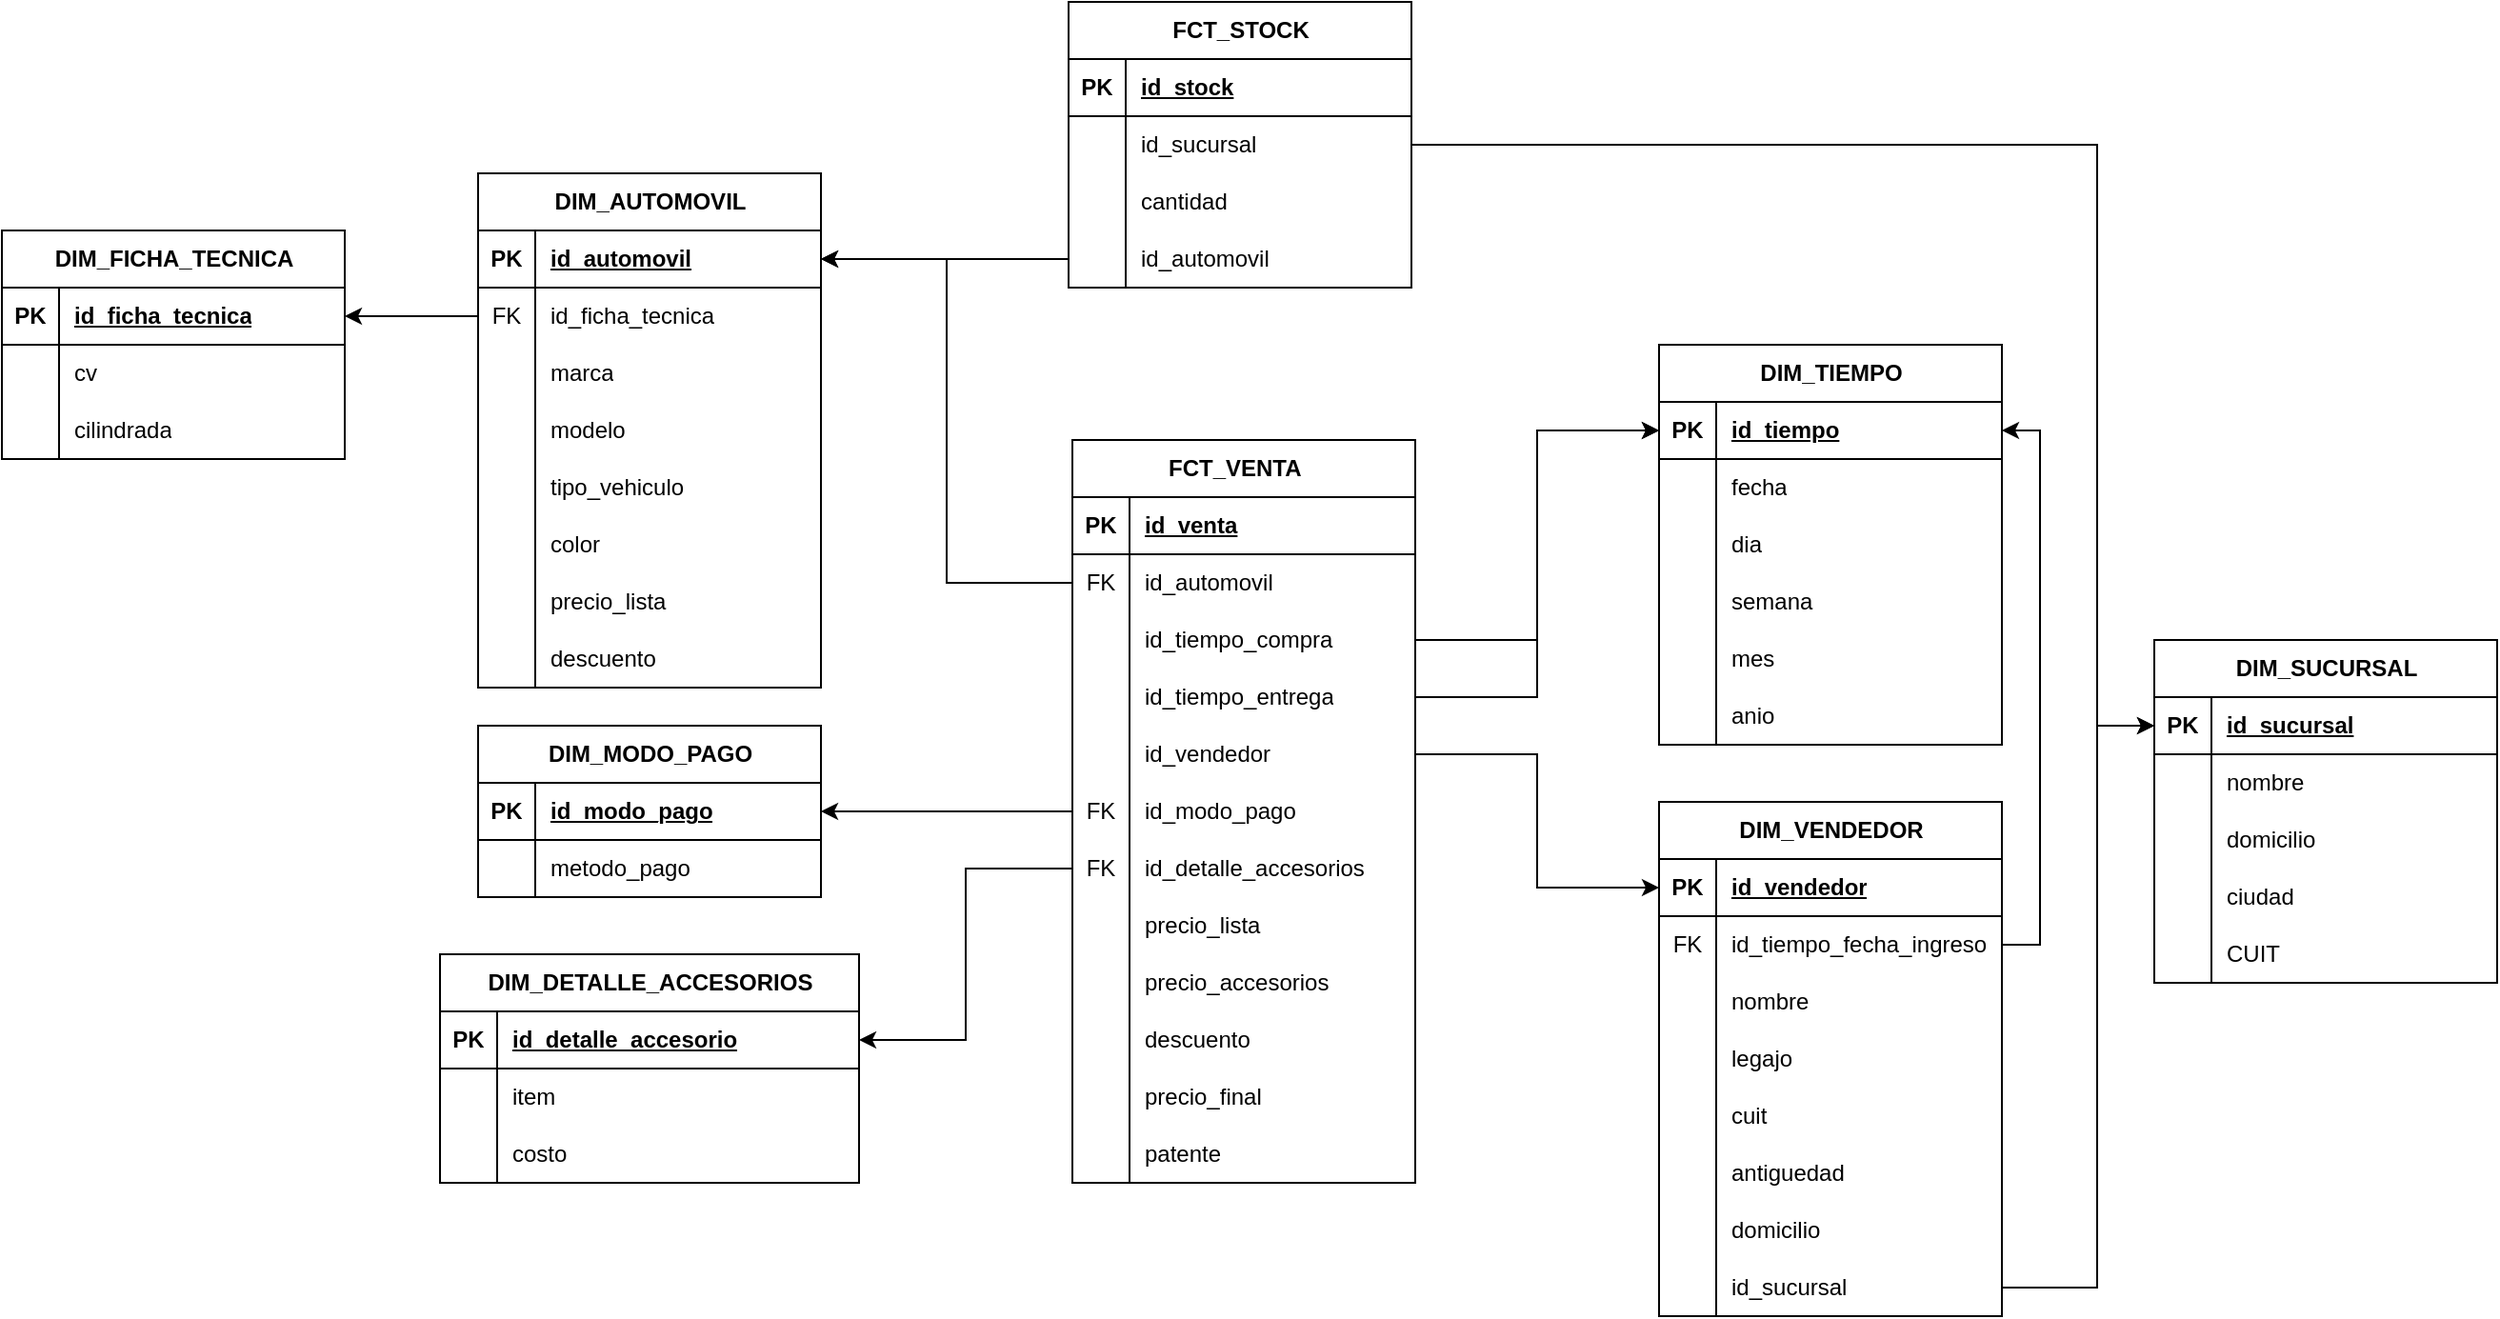
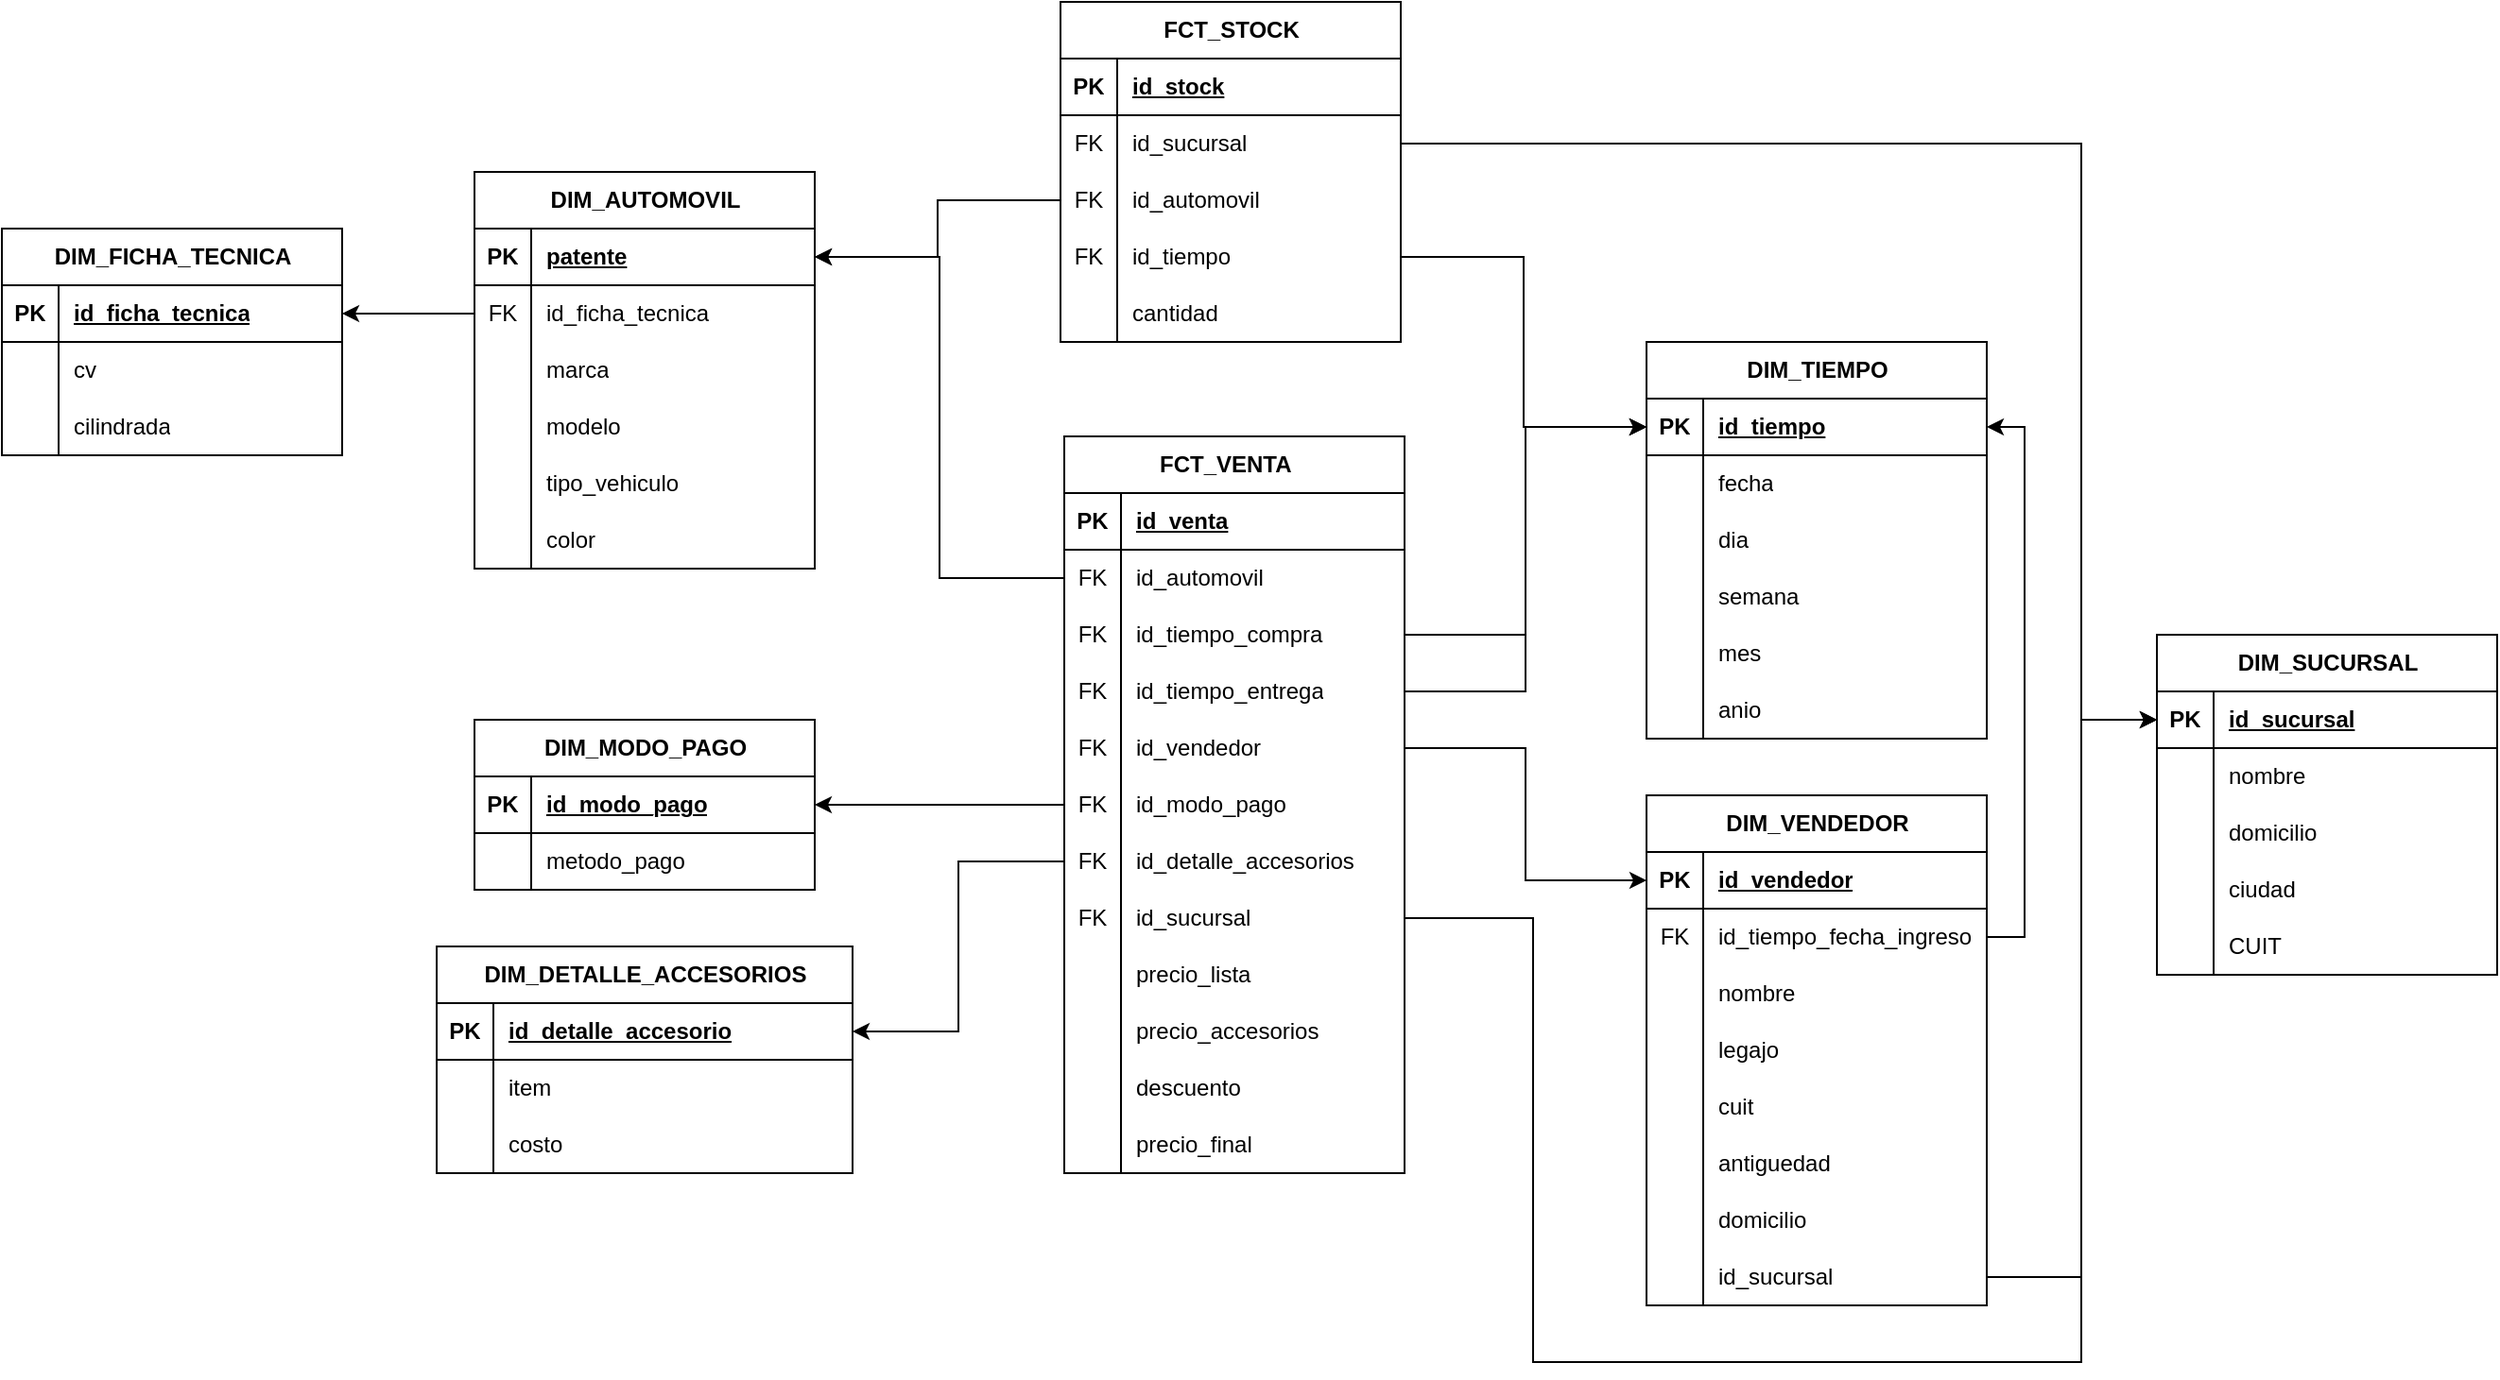
<mxfile host="app.diagrams.net">
  <diagram name="Página-1" id="msOhzYZNF5HMWlpOjL7c">
-     <mxGraphModel dx="2970" dy="2038" grid="1" gridSize="10" guides="1" tooltips="1" connect="1" arrows="1" fold="1" page="1" pageScale="1" pageWidth="827" pageHeight="1169" math="0" shadow="0">
+     <mxGraphModel dx="2592" dy="1884" grid="1" gridSize="10" guides="1" tooltips="1" connect="1" arrows="1" fold="1" page="1" pageScale="1" pageWidth="827" pageHeight="1169" math="0" shadow="0">
      <root>
        <mxCell id="0" />
        <mxCell id="1" parent="0" />
        <mxCell id="yolWoft2z_0ZBsrmm8Kk-500" parent="1" style="shape=table;startSize=30;container=1;collapsible=1;childLayout=tableLayout;fixedRows=1;rowLines=0;fontStyle=1;align=center;resizeLast=1;html=1;" value="DIM_AUTOMOVIL" vertex="1">
-           <mxGeometry height="270" width="180" x="150" y="80" as="geometry" />
+           <mxGeometry height="210" width="180" x="150" y="80" as="geometry" />
        </mxCell>
        <mxCell id="yolWoft2z_0ZBsrmm8Kk-501" parent="yolWoft2z_0ZBsrmm8Kk-500" style="shape=tableRow;horizontal=0;startSize=0;swimlaneHead=0;swimlaneBody=0;fillColor=none;collapsible=0;dropTarget=0;points=[[0,0.5],[1,0.5]];portConstraint=eastwest;top=0;left=0;right=0;bottom=1;" value="" vertex="1">
          <mxGeometry height="30" width="180" y="30" as="geometry" />
        </mxCell>
        <mxCell id="yolWoft2z_0ZBsrmm8Kk-502" parent="yolWoft2z_0ZBsrmm8Kk-501" style="shape=partialRectangle;connectable=0;fillColor=none;top=0;left=0;bottom=0;right=0;fontStyle=1;overflow=hidden;whiteSpace=wrap;html=1;" value="PK" vertex="1">
          <mxGeometry height="30" width="30" as="geometry">
            <mxRectangle height="30" width="30" as="alternateBounds" />
          </mxGeometry>
        </mxCell>
-         <mxCell id="yolWoft2z_0ZBsrmm8Kk-503" parent="yolWoft2z_0ZBsrmm8Kk-501" style="shape=partialRectangle;connectable=0;fillColor=none;top=0;left=0;bottom=0;right=0;align=left;spacingLeft=6;fontStyle=5;overflow=hidden;whiteSpace=wrap;html=1;" value="id_automovil" vertex="1">
+         <mxCell id="yolWoft2z_0ZBsrmm8Kk-503" parent="yolWoft2z_0ZBsrmm8Kk-501" style="shape=partialRectangle;connectable=0;fillColor=none;top=0;left=0;bottom=0;right=0;align=left;spacingLeft=6;fontStyle=5;overflow=hidden;whiteSpace=wrap;html=1;" value="patente" vertex="1">
          <mxGeometry height="30" width="150" x="30" as="geometry">
            <mxRectangle height="30" width="150" as="alternateBounds" />
          </mxGeometry>
        </mxCell>
        <mxCell id="yolWoft2z_0ZBsrmm8Kk-504" parent="yolWoft2z_0ZBsrmm8Kk-500" style="shape=tableRow;horizontal=0;startSize=0;swimlaneHead=0;swimlaneBody=0;fillColor=none;collapsible=0;dropTarget=0;points=[[0,0.5],[1,0.5]];portConstraint=eastwest;top=0;left=0;right=0;bottom=0;" value="" vertex="1">
          <mxGeometry height="30" width="180" y="60" as="geometry" />
        </mxCell>
        <mxCell id="yolWoft2z_0ZBsrmm8Kk-505" parent="yolWoft2z_0ZBsrmm8Kk-504" style="shape=partialRectangle;connectable=0;fillColor=none;top=0;left=0;bottom=0;right=0;editable=1;overflow=hidden;whiteSpace=wrap;html=1;" value="FK" vertex="1">
          <mxGeometry height="30" width="30" as="geometry">
            <mxRectangle height="30" width="30" as="alternateBounds" />
          </mxGeometry>
        </mxCell>
        <mxCell id="yolWoft2z_0ZBsrmm8Kk-506" parent="yolWoft2z_0ZBsrmm8Kk-504" style="shape=partialRectangle;connectable=0;fillColor=none;top=0;left=0;bottom=0;right=0;align=left;spacingLeft=6;overflow=hidden;whiteSpace=wrap;html=1;" value="id_ficha_tecnica" vertex="1">
          <mxGeometry height="30" width="150" x="30" as="geometry">
            <mxRectangle height="30" width="150" as="alternateBounds" />
          </mxGeometry>
        </mxCell>
        <mxCell id="yolWoft2z_0ZBsrmm8Kk-614" parent="yolWoft2z_0ZBsrmm8Kk-500" style="shape=tableRow;horizontal=0;startSize=0;swimlaneHead=0;swimlaneBody=0;fillColor=none;collapsible=0;dropTarget=0;points=[[0,0.5],[1,0.5]];portConstraint=eastwest;top=0;left=0;right=0;bottom=0;" value="" vertex="1">
          <mxGeometry height="30" width="180" y="90" as="geometry" />
        </mxCell>
        <mxCell id="yolWoft2z_0ZBsrmm8Kk-615" parent="yolWoft2z_0ZBsrmm8Kk-614" style="shape=partialRectangle;connectable=0;fillColor=none;top=0;left=0;bottom=0;right=0;editable=1;overflow=hidden;whiteSpace=wrap;html=1;" value="" vertex="1">
          <mxGeometry height="30" width="30" as="geometry">
            <mxRectangle height="30" width="30" as="alternateBounds" />
          </mxGeometry>
        </mxCell>
        <mxCell id="yolWoft2z_0ZBsrmm8Kk-616" parent="yolWoft2z_0ZBsrmm8Kk-614" style="shape=partialRectangle;connectable=0;fillColor=none;top=0;left=0;bottom=0;right=0;align=left;spacingLeft=6;overflow=hidden;whiteSpace=wrap;html=1;" value="marca" vertex="1">
          <mxGeometry height="30" width="150" x="30" as="geometry">
            <mxRectangle height="30" width="150" as="alternateBounds" />
          </mxGeometry>
        </mxCell>
        <mxCell id="yolWoft2z_0ZBsrmm8Kk-507" parent="yolWoft2z_0ZBsrmm8Kk-500" style="shape=tableRow;horizontal=0;startSize=0;swimlaneHead=0;swimlaneBody=0;fillColor=none;collapsible=0;dropTarget=0;points=[[0,0.5],[1,0.5]];portConstraint=eastwest;top=0;left=0;right=0;bottom=0;" value="" vertex="1">
          <mxGeometry height="30" width="180" y="120" as="geometry" />
        </mxCell>
        <mxCell id="yolWoft2z_0ZBsrmm8Kk-508" parent="yolWoft2z_0ZBsrmm8Kk-507" style="shape=partialRectangle;connectable=0;fillColor=none;top=0;left=0;bottom=0;right=0;editable=1;overflow=hidden;whiteSpace=wrap;html=1;" value="" vertex="1">
          <mxGeometry height="30" width="30" as="geometry">
            <mxRectangle height="30" width="30" as="alternateBounds" />
          </mxGeometry>
        </mxCell>
        <mxCell id="yolWoft2z_0ZBsrmm8Kk-509" parent="yolWoft2z_0ZBsrmm8Kk-507" style="shape=partialRectangle;connectable=0;fillColor=none;top=0;left=0;bottom=0;right=0;align=left;spacingLeft=6;overflow=hidden;whiteSpace=wrap;html=1;" value="modelo" vertex="1">
          <mxGeometry height="30" width="150" x="30" as="geometry">
            <mxRectangle height="30" width="150" as="alternateBounds" />
          </mxGeometry>
        </mxCell>
        <mxCell id="yolWoft2z_0ZBsrmm8Kk-510" parent="yolWoft2z_0ZBsrmm8Kk-500" style="shape=tableRow;horizontal=0;startSize=0;swimlaneHead=0;swimlaneBody=0;fillColor=none;collapsible=0;dropTarget=0;points=[[0,0.5],[1,0.5]];portConstraint=eastwest;top=0;left=0;right=0;bottom=0;" value="" vertex="1">
          <mxGeometry height="30" width="180" y="150" as="geometry" />
        </mxCell>
        <mxCell id="yolWoft2z_0ZBsrmm8Kk-511" parent="yolWoft2z_0ZBsrmm8Kk-510" style="shape=partialRectangle;connectable=0;fillColor=none;top=0;left=0;bottom=0;right=0;editable=1;overflow=hidden;whiteSpace=wrap;html=1;" value="" vertex="1">
          <mxGeometry height="30" width="30" as="geometry">
            <mxRectangle height="30" width="30" as="alternateBounds" />
          </mxGeometry>
        </mxCell>
        <mxCell id="yolWoft2z_0ZBsrmm8Kk-512" parent="yolWoft2z_0ZBsrmm8Kk-510" style="shape=partialRectangle;connectable=0;fillColor=none;top=0;left=0;bottom=0;right=0;align=left;spacingLeft=6;overflow=hidden;whiteSpace=wrap;html=1;" value="tipo_vehiculo" vertex="1">
          <mxGeometry height="30" width="150" x="30" as="geometry">
            <mxRectangle height="30" width="150" as="alternateBounds" />
          </mxGeometry>
        </mxCell>
        <mxCell id="yolWoft2z_0ZBsrmm8Kk-604" parent="yolWoft2z_0ZBsrmm8Kk-500" style="shape=tableRow;horizontal=0;startSize=0;swimlaneHead=0;swimlaneBody=0;fillColor=none;collapsible=0;dropTarget=0;points=[[0,0.5],[1,0.5]];portConstraint=eastwest;top=0;left=0;right=0;bottom=0;" value="" vertex="1">
          <mxGeometry height="30" width="180" y="180" as="geometry" />
        </mxCell>
        <mxCell id="yolWoft2z_0ZBsrmm8Kk-605" parent="yolWoft2z_0ZBsrmm8Kk-604" style="shape=partialRectangle;connectable=0;fillColor=none;top=0;left=0;bottom=0;right=0;editable=1;overflow=hidden;whiteSpace=wrap;html=1;" value="" vertex="1">
          <mxGeometry height="30" width="30" as="geometry">
            <mxRectangle height="30" width="30" as="alternateBounds" />
          </mxGeometry>
        </mxCell>
        <mxCell id="yolWoft2z_0ZBsrmm8Kk-606" parent="yolWoft2z_0ZBsrmm8Kk-604" style="shape=partialRectangle;connectable=0;fillColor=none;top=0;left=0;bottom=0;right=0;align=left;spacingLeft=6;overflow=hidden;whiteSpace=wrap;html=1;" value="color" vertex="1">
          <mxGeometry height="30" width="150" x="30" as="geometry">
            <mxRectangle height="30" width="150" as="alternateBounds" />
          </mxGeometry>
        </mxCell>
-         <mxCell id="yolWoft2z_0ZBsrmm8Kk-607" parent="yolWoft2z_0ZBsrmm8Kk-500" style="shape=tableRow;horizontal=0;startSize=0;swimlaneHead=0;swimlaneBody=0;fillColor=none;collapsible=0;dropTarget=0;points=[[0,0.5],[1,0.5]];portConstraint=eastwest;top=0;left=0;right=0;bottom=0;" value="" vertex="1">
-           <mxGeometry height="30" width="180" y="210" as="geometry" />
-         </mxCell>
-         <mxCell id="yolWoft2z_0ZBsrmm8Kk-608" parent="yolWoft2z_0ZBsrmm8Kk-607" style="shape=partialRectangle;connectable=0;fillColor=none;top=0;left=0;bottom=0;right=0;editable=1;overflow=hidden;whiteSpace=wrap;html=1;" value="" vertex="1">
-           <mxGeometry height="30" width="30" as="geometry">
-             <mxRectangle height="30" width="30" as="alternateBounds" />
-           </mxGeometry>
-         </mxCell>
-         <mxCell id="yolWoft2z_0ZBsrmm8Kk-609" parent="yolWoft2z_0ZBsrmm8Kk-607" style="shape=partialRectangle;connectable=0;fillColor=none;top=0;left=0;bottom=0;right=0;align=left;spacingLeft=6;overflow=hidden;whiteSpace=wrap;html=1;" value="precio_lista" vertex="1">
-           <mxGeometry height="30" width="150" x="30" as="geometry">
-             <mxRectangle height="30" width="150" as="alternateBounds" />
-           </mxGeometry>
-         </mxCell>
-         <mxCell id="yolWoft2z_0ZBsrmm8Kk-611" parent="yolWoft2z_0ZBsrmm8Kk-500" style="shape=tableRow;horizontal=0;startSize=0;swimlaneHead=0;swimlaneBody=0;fillColor=none;collapsible=0;dropTarget=0;points=[[0,0.5],[1,0.5]];portConstraint=eastwest;top=0;left=0;right=0;bottom=0;" value="" vertex="1">
-           <mxGeometry height="30" width="180" y="240" as="geometry" />
-         </mxCell>
-         <mxCell id="yolWoft2z_0ZBsrmm8Kk-612" parent="yolWoft2z_0ZBsrmm8Kk-611" style="shape=partialRectangle;connectable=0;fillColor=none;top=0;left=0;bottom=0;right=0;editable=1;overflow=hidden;whiteSpace=wrap;html=1;" value="" vertex="1">
-           <mxGeometry height="30" width="30" as="geometry">
-             <mxRectangle height="30" width="30" as="alternateBounds" />
-           </mxGeometry>
-         </mxCell>
-         <mxCell id="yolWoft2z_0ZBsrmm8Kk-613" parent="yolWoft2z_0ZBsrmm8Kk-611" style="shape=partialRectangle;connectable=0;fillColor=none;top=0;left=0;bottom=0;right=0;align=left;spacingLeft=6;overflow=hidden;whiteSpace=wrap;html=1;" value="descuento" vertex="1">
-           <mxGeometry height="30" width="150" x="30" as="geometry">
-             <mxRectangle height="30" width="150" as="alternateBounds" />
-           </mxGeometry>
-         </mxCell>
        <mxCell id="yolWoft2z_0ZBsrmm8Kk-513" parent="1" style="shape=table;startSize=30;container=1;collapsible=1;childLayout=tableLayout;fixedRows=1;rowLines=0;fontStyle=1;align=center;resizeLast=1;html=1;" value="FCT_VENTA&lt;span style=&quot;white-space: pre;&quot;&gt;&#x9;&lt;/span&gt;" vertex="1">
          <mxGeometry height="390" width="180" x="462" y="220" as="geometry" />
        </mxCell>
        <mxCell id="yolWoft2z_0ZBsrmm8Kk-514" parent="yolWoft2z_0ZBsrmm8Kk-513" style="shape=tableRow;horizontal=0;startSize=0;swimlaneHead=0;swimlaneBody=0;fillColor=none;collapsible=0;dropTarget=0;points=[[0,0.5],[1,0.5]];portConstraint=eastwest;top=0;left=0;right=0;bottom=1;" value="" vertex="1">
          <mxGeometry height="30" width="180" y="30" as="geometry" />
        </mxCell>
        <mxCell id="yolWoft2z_0ZBsrmm8Kk-515" parent="yolWoft2z_0ZBsrmm8Kk-514" style="shape=partialRectangle;connectable=0;fillColor=none;top=0;left=0;bottom=0;right=0;fontStyle=1;overflow=hidden;whiteSpace=wrap;html=1;" value="PK" vertex="1">
          <mxGeometry height="30" width="30" as="geometry">
            <mxRectangle height="30" width="30" as="alternateBounds" />
          </mxGeometry>
        </mxCell>
        <mxCell id="yolWoft2z_0ZBsrmm8Kk-516" parent="yolWoft2z_0ZBsrmm8Kk-514" style="shape=partialRectangle;connectable=0;fillColor=none;top=0;left=0;bottom=0;right=0;align=left;spacingLeft=6;fontStyle=5;overflow=hidden;whiteSpace=wrap;html=1;" value="id_venta" vertex="1">
          <mxGeometry height="30" width="150" x="30" as="geometry">
            <mxRectangle height="30" width="150" as="alternateBounds" />
          </mxGeometry>
        </mxCell>
        <mxCell id="yolWoft2z_0ZBsrmm8Kk-517" parent="yolWoft2z_0ZBsrmm8Kk-513" style="shape=tableRow;horizontal=0;startSize=0;swimlaneHead=0;swimlaneBody=0;fillColor=none;collapsible=0;dropTarget=0;points=[[0,0.5],[1,0.5]];portConstraint=eastwest;top=0;left=0;right=0;bottom=0;" value="" vertex="1">
          <mxGeometry height="30" width="180" y="60" as="geometry" />
        </mxCell>
        <mxCell id="yolWoft2z_0ZBsrmm8Kk-518" parent="yolWoft2z_0ZBsrmm8Kk-517" style="shape=partialRectangle;connectable=0;fillColor=none;top=0;left=0;bottom=0;right=0;editable=1;overflow=hidden;whiteSpace=wrap;html=1;" value="FK" vertex="1">
          <mxGeometry height="30" width="30" as="geometry">
            <mxRectangle height="30" width="30" as="alternateBounds" />
          </mxGeometry>
        </mxCell>
        <mxCell id="yolWoft2z_0ZBsrmm8Kk-519" parent="yolWoft2z_0ZBsrmm8Kk-517" style="shape=partialRectangle;connectable=0;fillColor=none;top=0;left=0;bottom=0;right=0;align=left;spacingLeft=6;overflow=hidden;whiteSpace=wrap;html=1;" value="id_automovil" vertex="1">
          <mxGeometry height="30" width="150" x="30" as="geometry">
            <mxRectangle height="30" width="150" as="alternateBounds" />
          </mxGeometry>
        </mxCell>
        <mxCell id="yolWoft2z_0ZBsrmm8Kk-520" parent="yolWoft2z_0ZBsrmm8Kk-513" style="shape=tableRow;horizontal=0;startSize=0;swimlaneHead=0;swimlaneBody=0;fillColor=none;collapsible=0;dropTarget=0;points=[[0,0.5],[1,0.5]];portConstraint=eastwest;top=0;left=0;right=0;bottom=0;" value="" vertex="1">
          <mxGeometry height="30" width="180" y="90" as="geometry" />
        </mxCell>
-         <mxCell id="yolWoft2z_0ZBsrmm8Kk-521" parent="yolWoft2z_0ZBsrmm8Kk-520" style="shape=partialRectangle;connectable=0;fillColor=none;top=0;left=0;bottom=0;right=0;editable=1;overflow=hidden;whiteSpace=wrap;html=1;" value="" vertex="1">
+         <mxCell id="yolWoft2z_0ZBsrmm8Kk-521" parent="yolWoft2z_0ZBsrmm8Kk-520" style="shape=partialRectangle;connectable=0;fillColor=none;top=0;left=0;bottom=0;right=0;editable=1;overflow=hidden;whiteSpace=wrap;html=1;" value="FK" vertex="1">
          <mxGeometry height="30" width="30" as="geometry">
            <mxRectangle height="30" width="30" as="alternateBounds" />
          </mxGeometry>
        </mxCell>
        <mxCell id="yolWoft2z_0ZBsrmm8Kk-522" parent="yolWoft2z_0ZBsrmm8Kk-520" style="shape=partialRectangle;connectable=0;fillColor=none;top=0;left=0;bottom=0;right=0;align=left;spacingLeft=6;overflow=hidden;whiteSpace=wrap;html=1;" value="id_tiempo_compra" vertex="1">
          <mxGeometry height="30" width="150" x="30" as="geometry">
            <mxRectangle height="30" width="150" as="alternateBounds" />
          </mxGeometry>
        </mxCell>
        <mxCell id="yolWoft2z_0ZBsrmm8Kk-742" parent="yolWoft2z_0ZBsrmm8Kk-513" style="shape=tableRow;horizontal=0;startSize=0;swimlaneHead=0;swimlaneBody=0;fillColor=none;collapsible=0;dropTarget=0;points=[[0,0.5],[1,0.5]];portConstraint=eastwest;top=0;left=0;right=0;bottom=0;" value="" vertex="1">
          <mxGeometry height="30" width="180" y="120" as="geometry" />
        </mxCell>
-         <mxCell id="yolWoft2z_0ZBsrmm8Kk-743" parent="yolWoft2z_0ZBsrmm8Kk-742" style="shape=partialRectangle;connectable=0;fillColor=none;top=0;left=0;bottom=0;right=0;editable=1;overflow=hidden;whiteSpace=wrap;html=1;" value="" vertex="1">
+         <mxCell id="yolWoft2z_0ZBsrmm8Kk-743" parent="yolWoft2z_0ZBsrmm8Kk-742" style="shape=partialRectangle;connectable=0;fillColor=none;top=0;left=0;bottom=0;right=0;editable=1;overflow=hidden;whiteSpace=wrap;html=1;" value="FK" vertex="1">
          <mxGeometry height="30" width="30" as="geometry">
            <mxRectangle height="30" width="30" as="alternateBounds" />
          </mxGeometry>
        </mxCell>
        <mxCell id="yolWoft2z_0ZBsrmm8Kk-744" parent="yolWoft2z_0ZBsrmm8Kk-742" style="shape=partialRectangle;connectable=0;fillColor=none;top=0;left=0;bottom=0;right=0;align=left;spacingLeft=6;overflow=hidden;whiteSpace=wrap;html=1;" value="id_tiempo_entrega" vertex="1">
          <mxGeometry height="30" width="150" x="30" as="geometry">
            <mxRectangle height="30" width="150" as="alternateBounds" />
          </mxGeometry>
        </mxCell>
        <mxCell id="yolWoft2z_0ZBsrmm8Kk-523" parent="yolWoft2z_0ZBsrmm8Kk-513" style="shape=tableRow;horizontal=0;startSize=0;swimlaneHead=0;swimlaneBody=0;fillColor=none;collapsible=0;dropTarget=0;points=[[0,0.5],[1,0.5]];portConstraint=eastwest;top=0;left=0;right=0;bottom=0;" value="" vertex="1">
          <mxGeometry height="30" width="180" y="150" as="geometry" />
        </mxCell>
-         <mxCell id="yolWoft2z_0ZBsrmm8Kk-524" parent="yolWoft2z_0ZBsrmm8Kk-523" style="shape=partialRectangle;connectable=0;fillColor=none;top=0;left=0;bottom=0;right=0;editable=1;overflow=hidden;whiteSpace=wrap;html=1;" value="" vertex="1">
+         <mxCell id="yolWoft2z_0ZBsrmm8Kk-524" parent="yolWoft2z_0ZBsrmm8Kk-523" style="shape=partialRectangle;connectable=0;fillColor=none;top=0;left=0;bottom=0;right=0;editable=1;overflow=hidden;whiteSpace=wrap;html=1;" value="FK" vertex="1">
          <mxGeometry height="30" width="30" as="geometry">
            <mxRectangle height="30" width="30" as="alternateBounds" />
          </mxGeometry>
        </mxCell>
        <mxCell id="yolWoft2z_0ZBsrmm8Kk-525" parent="yolWoft2z_0ZBsrmm8Kk-523" style="shape=partialRectangle;connectable=0;fillColor=none;top=0;left=0;bottom=0;right=0;align=left;spacingLeft=6;overflow=hidden;whiteSpace=wrap;html=1;" value="id_vendedor" vertex="1">
          <mxGeometry height="30" width="150" x="30" as="geometry">
            <mxRectangle height="30" width="150" as="alternateBounds" />
          </mxGeometry>
        </mxCell>
        <mxCell id="yolWoft2z_0ZBsrmm8Kk-682" parent="yolWoft2z_0ZBsrmm8Kk-513" style="shape=tableRow;horizontal=0;startSize=0;swimlaneHead=0;swimlaneBody=0;fillColor=none;collapsible=0;dropTarget=0;points=[[0,0.5],[1,0.5]];portConstraint=eastwest;top=0;left=0;right=0;bottom=0;" value="" vertex="1">
          <mxGeometry height="30" width="180" y="180" as="geometry" />
        </mxCell>
        <mxCell id="yolWoft2z_0ZBsrmm8Kk-683" parent="yolWoft2z_0ZBsrmm8Kk-682" style="shape=partialRectangle;connectable=0;fillColor=none;top=0;left=0;bottom=0;right=0;editable=1;overflow=hidden;whiteSpace=wrap;html=1;" value="FK" vertex="1">
          <mxGeometry height="30" width="30" as="geometry">
            <mxRectangle height="30" width="30" as="alternateBounds" />
          </mxGeometry>
        </mxCell>
        <mxCell id="yolWoft2z_0ZBsrmm8Kk-684" parent="yolWoft2z_0ZBsrmm8Kk-682" style="shape=partialRectangle;connectable=0;fillColor=none;top=0;left=0;bottom=0;right=0;align=left;spacingLeft=6;overflow=hidden;whiteSpace=wrap;html=1;" value="id_modo_pago" vertex="1">
          <mxGeometry height="30" width="150" x="30" as="geometry">
            <mxRectangle height="30" width="150" as="alternateBounds" />
          </mxGeometry>
        </mxCell>
        <mxCell id="yolWoft2z_0ZBsrmm8Kk-728" parent="yolWoft2z_0ZBsrmm8Kk-513" style="shape=tableRow;horizontal=0;startSize=0;swimlaneHead=0;swimlaneBody=0;fillColor=none;collapsible=0;dropTarget=0;points=[[0,0.5],[1,0.5]];portConstraint=eastwest;top=0;left=0;right=0;bottom=0;" value="" vertex="1">
          <mxGeometry height="30" width="180" y="210" as="geometry" />
        </mxCell>
        <mxCell id="yolWoft2z_0ZBsrmm8Kk-729" parent="yolWoft2z_0ZBsrmm8Kk-728" style="shape=partialRectangle;connectable=0;fillColor=none;top=0;left=0;bottom=0;right=0;editable=1;overflow=hidden;whiteSpace=wrap;html=1;" value="FK" vertex="1">
          <mxGeometry height="30" width="30" as="geometry">
            <mxRectangle height="30" width="30" as="alternateBounds" />
          </mxGeometry>
        </mxCell>
        <mxCell id="yolWoft2z_0ZBsrmm8Kk-730" parent="yolWoft2z_0ZBsrmm8Kk-728" style="shape=partialRectangle;connectable=0;fillColor=none;top=0;left=0;bottom=0;right=0;align=left;spacingLeft=6;overflow=hidden;whiteSpace=wrap;html=1;" value="id_detalle_accesorios" vertex="1">
          <mxGeometry height="30" width="150" x="30" as="geometry">
            <mxRectangle height="30" width="150" as="alternateBounds" />
          </mxGeometry>
        </mxCell>
+         <mxCell id="yolWoft2z_0ZBsrmm8Kk-763" parent="yolWoft2z_0ZBsrmm8Kk-513" style="shape=tableRow;horizontal=0;startSize=0;swimlaneHead=0;swimlaneBody=0;fillColor=none;collapsible=0;dropTarget=0;points=[[0,0.5],[1,0.5]];portConstraint=eastwest;top=0;left=0;right=0;bottom=0;" value="" vertex="1">
+           <mxGeometry height="30" width="180" y="240" as="geometry" />
+         </mxCell>
+         <mxCell id="yolWoft2z_0ZBsrmm8Kk-764" parent="yolWoft2z_0ZBsrmm8Kk-763" style="shape=partialRectangle;connectable=0;fillColor=none;top=0;left=0;bottom=0;right=0;editable=1;overflow=hidden;whiteSpace=wrap;html=1;" value="FK" vertex="1">
+           <mxGeometry height="30" width="30" as="geometry">
+             <mxRectangle height="30" width="30" as="alternateBounds" />
+           </mxGeometry>
+         </mxCell>
+         <mxCell id="yolWoft2z_0ZBsrmm8Kk-765" parent="yolWoft2z_0ZBsrmm8Kk-763" style="shape=partialRectangle;connectable=0;fillColor=none;top=0;left=0;bottom=0;right=0;align=left;spacingLeft=6;overflow=hidden;whiteSpace=wrap;html=1;" value="id_sucursal" vertex="1">
+           <mxGeometry height="30" width="150" x="30" as="geometry">
+             <mxRectangle height="30" width="150" as="alternateBounds" />
+           </mxGeometry>
+         </mxCell>
        <mxCell id="yolWoft2z_0ZBsrmm8Kk-685" parent="yolWoft2z_0ZBsrmm8Kk-513" style="shape=tableRow;horizontal=0;startSize=0;swimlaneHead=0;swimlaneBody=0;fillColor=none;collapsible=0;dropTarget=0;points=[[0,0.5],[1,0.5]];portConstraint=eastwest;top=0;left=0;right=0;bottom=0;" value="" vertex="1">
-           <mxGeometry height="30" width="180" y="240" as="geometry" />
+           <mxGeometry height="30" width="180" y="270" as="geometry" />
        </mxCell>
        <mxCell id="yolWoft2z_0ZBsrmm8Kk-686" parent="yolWoft2z_0ZBsrmm8Kk-685" style="shape=partialRectangle;connectable=0;fillColor=none;top=0;left=0;bottom=0;right=0;editable=1;overflow=hidden;whiteSpace=wrap;html=1;" value="" vertex="1">
          <mxGeometry height="30" width="30" as="geometry">
            <mxRectangle height="30" width="30" as="alternateBounds" />
          </mxGeometry>
        </mxCell>
        <mxCell id="yolWoft2z_0ZBsrmm8Kk-687" parent="yolWoft2z_0ZBsrmm8Kk-685" style="shape=partialRectangle;connectable=0;fillColor=none;top=0;left=0;bottom=0;right=0;align=left;spacingLeft=6;overflow=hidden;whiteSpace=wrap;html=1;" value="precio_lista" vertex="1">
          <mxGeometry height="30" width="150" x="30" as="geometry">
            <mxRectangle height="30" width="150" as="alternateBounds" />
          </mxGeometry>
        </mxCell>
        <mxCell id="yolWoft2z_0ZBsrmm8Kk-688" parent="yolWoft2z_0ZBsrmm8Kk-513" style="shape=tableRow;horizontal=0;startSize=0;swimlaneHead=0;swimlaneBody=0;fillColor=none;collapsible=0;dropTarget=0;points=[[0,0.5],[1,0.5]];portConstraint=eastwest;top=0;left=0;right=0;bottom=0;" value="" vertex="1">
-           <mxGeometry height="30" width="180" y="270" as="geometry" />
+           <mxGeometry height="30" width="180" y="300" as="geometry" />
        </mxCell>
        <mxCell id="yolWoft2z_0ZBsrmm8Kk-689" parent="yolWoft2z_0ZBsrmm8Kk-688" style="shape=partialRectangle;connectable=0;fillColor=none;top=0;left=0;bottom=0;right=0;editable=1;overflow=hidden;whiteSpace=wrap;html=1;" value="" vertex="1">
          <mxGeometry height="30" width="30" as="geometry">
            <mxRectangle height="30" width="30" as="alternateBounds" />
          </mxGeometry>
        </mxCell>
        <mxCell id="yolWoft2z_0ZBsrmm8Kk-690" parent="yolWoft2z_0ZBsrmm8Kk-688" style="shape=partialRectangle;connectable=0;fillColor=none;top=0;left=0;bottom=0;right=0;align=left;spacingLeft=6;overflow=hidden;whiteSpace=wrap;html=1;" value="precio_accesorios" vertex="1">
          <mxGeometry height="30" width="150" x="30" as="geometry">
            <mxRectangle height="30" width="150" as="alternateBounds" />
          </mxGeometry>
        </mxCell>
        <mxCell id="yolWoft2z_0ZBsrmm8Kk-691" parent="yolWoft2z_0ZBsrmm8Kk-513" style="shape=tableRow;horizontal=0;startSize=0;swimlaneHead=0;swimlaneBody=0;fillColor=none;collapsible=0;dropTarget=0;points=[[0,0.5],[1,0.5]];portConstraint=eastwest;top=0;left=0;right=0;bottom=0;" value="" vertex="1">
-           <mxGeometry height="30" width="180" y="300" as="geometry" />
+           <mxGeometry height="30" width="180" y="330" as="geometry" />
        </mxCell>
        <mxCell id="yolWoft2z_0ZBsrmm8Kk-692" parent="yolWoft2z_0ZBsrmm8Kk-691" style="shape=partialRectangle;connectable=0;fillColor=none;top=0;left=0;bottom=0;right=0;editable=1;overflow=hidden;whiteSpace=wrap;html=1;" value="" vertex="1">
          <mxGeometry height="30" width="30" as="geometry">
            <mxRectangle height="30" width="30" as="alternateBounds" />
          </mxGeometry>
        </mxCell>
        <mxCell id="yolWoft2z_0ZBsrmm8Kk-693" parent="yolWoft2z_0ZBsrmm8Kk-691" style="shape=partialRectangle;connectable=0;fillColor=none;top=0;left=0;bottom=0;right=0;align=left;spacingLeft=6;overflow=hidden;whiteSpace=wrap;html=1;" value="descuento" vertex="1">
          <mxGeometry height="30" width="150" x="30" as="geometry">
            <mxRectangle height="30" width="150" as="alternateBounds" />
          </mxGeometry>
        </mxCell>
        <mxCell id="yolWoft2z_0ZBsrmm8Kk-694" parent="yolWoft2z_0ZBsrmm8Kk-513" style="shape=tableRow;horizontal=0;startSize=0;swimlaneHead=0;swimlaneBody=0;fillColor=none;collapsible=0;dropTarget=0;points=[[0,0.5],[1,0.5]];portConstraint=eastwest;top=0;left=0;right=0;bottom=0;" value="" vertex="1">
-           <mxGeometry height="30" width="180" y="330" as="geometry" />
+           <mxGeometry height="30" width="180" y="360" as="geometry" />
        </mxCell>
        <mxCell id="yolWoft2z_0ZBsrmm8Kk-695" parent="yolWoft2z_0ZBsrmm8Kk-694" style="shape=partialRectangle;connectable=0;fillColor=none;top=0;left=0;bottom=0;right=0;editable=1;overflow=hidden;whiteSpace=wrap;html=1;" value="" vertex="1">
          <mxGeometry height="30" width="30" as="geometry">
            <mxRectangle height="30" width="30" as="alternateBounds" />
          </mxGeometry>
        </mxCell>
        <mxCell id="yolWoft2z_0ZBsrmm8Kk-696" parent="yolWoft2z_0ZBsrmm8Kk-694" style="shape=partialRectangle;connectable=0;fillColor=none;top=0;left=0;bottom=0;right=0;align=left;spacingLeft=6;overflow=hidden;whiteSpace=wrap;html=1;" value="precio_final" vertex="1">
-           <mxGeometry height="30" width="150" x="30" as="geometry">
-             <mxRectangle height="30" width="150" as="alternateBounds" />
-           </mxGeometry>
-         </mxCell>
-         <mxCell id="yolWoft2z_0ZBsrmm8Kk-697" parent="yolWoft2z_0ZBsrmm8Kk-513" style="shape=tableRow;horizontal=0;startSize=0;swimlaneHead=0;swimlaneBody=0;fillColor=none;collapsible=0;dropTarget=0;points=[[0,0.5],[1,0.5]];portConstraint=eastwest;top=0;left=0;right=0;bottom=0;" value="" vertex="1">
-           <mxGeometry height="30" width="180" y="360" as="geometry" />
-         </mxCell>
-         <mxCell id="yolWoft2z_0ZBsrmm8Kk-698" parent="yolWoft2z_0ZBsrmm8Kk-697" style="shape=partialRectangle;connectable=0;fillColor=none;top=0;left=0;bottom=0;right=0;editable=1;overflow=hidden;whiteSpace=wrap;html=1;" value="" vertex="1">
-           <mxGeometry height="30" width="30" as="geometry">
-             <mxRectangle height="30" width="30" as="alternateBounds" />
-           </mxGeometry>
-         </mxCell>
-         <mxCell id="yolWoft2z_0ZBsrmm8Kk-699" parent="yolWoft2z_0ZBsrmm8Kk-697" style="shape=partialRectangle;connectable=0;fillColor=none;top=0;left=0;bottom=0;right=0;align=left;spacingLeft=6;overflow=hidden;whiteSpace=wrap;html=1;" value="patente" vertex="1">
          <mxGeometry height="30" width="150" x="30" as="geometry">
            <mxRectangle height="30" width="150" as="alternateBounds" />
          </mxGeometry>
        </mxCell>
        <mxCell id="yolWoft2z_0ZBsrmm8Kk-539" parent="1" style="shape=table;startSize=30;container=1;collapsible=1;childLayout=tableLayout;fixedRows=1;rowLines=0;fontStyle=1;align=center;resizeLast=1;html=1;" value="DIM_FICHA_TECNICA" vertex="1">
          <mxGeometry height="120" width="180" x="-100" y="110" as="geometry" />
        </mxCell>
        <mxCell id="yolWoft2z_0ZBsrmm8Kk-540" parent="yolWoft2z_0ZBsrmm8Kk-539" style="shape=tableRow;horizontal=0;startSize=0;swimlaneHead=0;swimlaneBody=0;fillColor=none;collapsible=0;dropTarget=0;points=[[0,0.5],[1,0.5]];portConstraint=eastwest;top=0;left=0;right=0;bottom=1;" value="" vertex="1">
          <mxGeometry height="30" width="180" y="30" as="geometry" />
        </mxCell>
        <mxCell id="yolWoft2z_0ZBsrmm8Kk-541" parent="yolWoft2z_0ZBsrmm8Kk-540" style="shape=partialRectangle;connectable=0;fillColor=none;top=0;left=0;bottom=0;right=0;fontStyle=1;overflow=hidden;whiteSpace=wrap;html=1;" value="PK" vertex="1">
          <mxGeometry height="30" width="30" as="geometry">
            <mxRectangle height="30" width="30" as="alternateBounds" />
          </mxGeometry>
        </mxCell>
        <mxCell id="yolWoft2z_0ZBsrmm8Kk-542" parent="yolWoft2z_0ZBsrmm8Kk-540" style="shape=partialRectangle;connectable=0;fillColor=none;top=0;left=0;bottom=0;right=0;align=left;spacingLeft=6;fontStyle=5;overflow=hidden;whiteSpace=wrap;html=1;" value="id_ficha_tecnica" vertex="1">
          <mxGeometry height="30" width="150" x="30" as="geometry">
            <mxRectangle height="30" width="150" as="alternateBounds" />
          </mxGeometry>
        </mxCell>
        <mxCell id="yolWoft2z_0ZBsrmm8Kk-543" parent="yolWoft2z_0ZBsrmm8Kk-539" style="shape=tableRow;horizontal=0;startSize=0;swimlaneHead=0;swimlaneBody=0;fillColor=none;collapsible=0;dropTarget=0;points=[[0,0.5],[1,0.5]];portConstraint=eastwest;top=0;left=0;right=0;bottom=0;" value="" vertex="1">
          <mxGeometry height="30" width="180" y="60" as="geometry" />
        </mxCell>
        <mxCell id="yolWoft2z_0ZBsrmm8Kk-544" parent="yolWoft2z_0ZBsrmm8Kk-543" style="shape=partialRectangle;connectable=0;fillColor=none;top=0;left=0;bottom=0;right=0;editable=1;overflow=hidden;whiteSpace=wrap;html=1;" value="" vertex="1">
          <mxGeometry height="30" width="30" as="geometry">
            <mxRectangle height="30" width="30" as="alternateBounds" />
          </mxGeometry>
        </mxCell>
        <mxCell id="yolWoft2z_0ZBsrmm8Kk-545" parent="yolWoft2z_0ZBsrmm8Kk-543" style="shape=partialRectangle;connectable=0;fillColor=none;top=0;left=0;bottom=0;right=0;align=left;spacingLeft=6;overflow=hidden;whiteSpace=wrap;html=1;" value="cv" vertex="1">
          <mxGeometry height="30" width="150" x="30" as="geometry">
            <mxRectangle height="30" width="150" as="alternateBounds" />
          </mxGeometry>
        </mxCell>
        <mxCell id="yolWoft2z_0ZBsrmm8Kk-546" parent="yolWoft2z_0ZBsrmm8Kk-539" style="shape=tableRow;horizontal=0;startSize=0;swimlaneHead=0;swimlaneBody=0;fillColor=none;collapsible=0;dropTarget=0;points=[[0,0.5],[1,0.5]];portConstraint=eastwest;top=0;left=0;right=0;bottom=0;" value="" vertex="1">
          <mxGeometry height="30" width="180" y="90" as="geometry" />
        </mxCell>
        <mxCell id="yolWoft2z_0ZBsrmm8Kk-547" parent="yolWoft2z_0ZBsrmm8Kk-546" style="shape=partialRectangle;connectable=0;fillColor=none;top=0;left=0;bottom=0;right=0;editable=1;overflow=hidden;whiteSpace=wrap;html=1;" value="" vertex="1">
          <mxGeometry height="30" width="30" as="geometry">
            <mxRectangle height="30" width="30" as="alternateBounds" />
          </mxGeometry>
        </mxCell>
        <mxCell id="yolWoft2z_0ZBsrmm8Kk-548" parent="yolWoft2z_0ZBsrmm8Kk-546" style="shape=partialRectangle;connectable=0;fillColor=none;top=0;left=0;bottom=0;right=0;align=left;spacingLeft=6;overflow=hidden;whiteSpace=wrap;html=1;" value="cilindrada" vertex="1">
          <mxGeometry height="30" width="150" x="30" as="geometry">
            <mxRectangle height="30" width="150" as="alternateBounds" />
          </mxGeometry>
        </mxCell>
        <mxCell id="yolWoft2z_0ZBsrmm8Kk-552" parent="1" style="shape=table;startSize=30;container=1;collapsible=1;childLayout=tableLayout;fixedRows=1;rowLines=0;fontStyle=1;align=center;resizeLast=1;html=1;" value="DIM_VENDEDOR" vertex="1">
          <mxGeometry height="270" width="180" x="770" y="410" as="geometry" />
        </mxCell>
        <mxCell id="yolWoft2z_0ZBsrmm8Kk-553" parent="yolWoft2z_0ZBsrmm8Kk-552" style="shape=tableRow;horizontal=0;startSize=0;swimlaneHead=0;swimlaneBody=0;fillColor=none;collapsible=0;dropTarget=0;points=[[0,0.5],[1,0.5]];portConstraint=eastwest;top=0;left=0;right=0;bottom=1;" value="" vertex="1">
          <mxGeometry height="30" width="180" y="30" as="geometry" />
        </mxCell>
        <mxCell id="yolWoft2z_0ZBsrmm8Kk-554" parent="yolWoft2z_0ZBsrmm8Kk-553" style="shape=partialRectangle;connectable=0;fillColor=none;top=0;left=0;bottom=0;right=0;fontStyle=1;overflow=hidden;whiteSpace=wrap;html=1;" value="PK" vertex="1">
          <mxGeometry height="30" width="30" as="geometry">
            <mxRectangle height="30" width="30" as="alternateBounds" />
          </mxGeometry>
        </mxCell>
        <mxCell id="yolWoft2z_0ZBsrmm8Kk-555" parent="yolWoft2z_0ZBsrmm8Kk-553" style="shape=partialRectangle;connectable=0;fillColor=none;top=0;left=0;bottom=0;right=0;align=left;spacingLeft=6;fontStyle=5;overflow=hidden;whiteSpace=wrap;html=1;" value="id_vendedor" vertex="1">
          <mxGeometry height="30" width="150" x="30" as="geometry">
            <mxRectangle height="30" width="150" as="alternateBounds" />
          </mxGeometry>
        </mxCell>
        <mxCell id="yolWoft2z_0ZBsrmm8Kk-556" parent="yolWoft2z_0ZBsrmm8Kk-552" style="shape=tableRow;horizontal=0;startSize=0;swimlaneHead=0;swimlaneBody=0;fillColor=none;collapsible=0;dropTarget=0;points=[[0,0.5],[1,0.5]];portConstraint=eastwest;top=0;left=0;right=0;bottom=0;" value="" vertex="1">
          <mxGeometry height="30" width="180" y="60" as="geometry" />
        </mxCell>
        <mxCell id="yolWoft2z_0ZBsrmm8Kk-557" parent="yolWoft2z_0ZBsrmm8Kk-556" style="shape=partialRectangle;connectable=0;fillColor=none;top=0;left=0;bottom=0;right=0;editable=1;overflow=hidden;whiteSpace=wrap;html=1;" value="FK" vertex="1">
          <mxGeometry height="30" width="30" as="geometry">
            <mxRectangle height="30" width="30" as="alternateBounds" />
          </mxGeometry>
        </mxCell>
        <mxCell id="yolWoft2z_0ZBsrmm8Kk-558" parent="yolWoft2z_0ZBsrmm8Kk-556" style="shape=partialRectangle;connectable=0;fillColor=none;top=0;left=0;bottom=0;right=0;align=left;spacingLeft=6;overflow=hidden;whiteSpace=wrap;html=1;" value="id_tiempo_fecha_ingreso" vertex="1">
          <mxGeometry height="30" width="150" x="30" as="geometry">
            <mxRectangle height="30" width="150" as="alternateBounds" />
          </mxGeometry>
        </mxCell>
        <mxCell id="yolWoft2z_0ZBsrmm8Kk-755" parent="yolWoft2z_0ZBsrmm8Kk-552" style="shape=tableRow;horizontal=0;startSize=0;swimlaneHead=0;swimlaneBody=0;fillColor=none;collapsible=0;dropTarget=0;points=[[0,0.5],[1,0.5]];portConstraint=eastwest;top=0;left=0;right=0;bottom=0;" value="" vertex="1">
          <mxGeometry height="30" width="180" y="90" as="geometry" />
        </mxCell>
        <mxCell id="yolWoft2z_0ZBsrmm8Kk-756" parent="yolWoft2z_0ZBsrmm8Kk-755" style="shape=partialRectangle;connectable=0;fillColor=none;top=0;left=0;bottom=0;right=0;editable=1;overflow=hidden;whiteSpace=wrap;html=1;" value="" vertex="1">
          <mxGeometry height="30" width="30" as="geometry">
            <mxRectangle height="30" width="30" as="alternateBounds" />
          </mxGeometry>
        </mxCell>
        <mxCell id="yolWoft2z_0ZBsrmm8Kk-757" parent="yolWoft2z_0ZBsrmm8Kk-755" style="shape=partialRectangle;connectable=0;fillColor=none;top=0;left=0;bottom=0;right=0;align=left;spacingLeft=6;overflow=hidden;whiteSpace=wrap;html=1;" value="nombre" vertex="1">
          <mxGeometry height="30" width="150" x="30" as="geometry">
            <mxRectangle height="30" width="150" as="alternateBounds" />
          </mxGeometry>
        </mxCell>
        <mxCell id="yolWoft2z_0ZBsrmm8Kk-746" parent="yolWoft2z_0ZBsrmm8Kk-552" style="shape=tableRow;horizontal=0;startSize=0;swimlaneHead=0;swimlaneBody=0;fillColor=none;collapsible=0;dropTarget=0;points=[[0,0.5],[1,0.5]];portConstraint=eastwest;top=0;left=0;right=0;bottom=0;" value="" vertex="1">
          <mxGeometry height="30" width="180" y="120" as="geometry" />
        </mxCell>
        <mxCell id="yolWoft2z_0ZBsrmm8Kk-747" parent="yolWoft2z_0ZBsrmm8Kk-746" style="shape=partialRectangle;connectable=0;fillColor=none;top=0;left=0;bottom=0;right=0;editable=1;overflow=hidden;whiteSpace=wrap;html=1;" value="" vertex="1">
          <mxGeometry height="30" width="30" as="geometry">
            <mxRectangle height="30" width="30" as="alternateBounds" />
          </mxGeometry>
        </mxCell>
        <mxCell id="yolWoft2z_0ZBsrmm8Kk-748" parent="yolWoft2z_0ZBsrmm8Kk-746" style="shape=partialRectangle;connectable=0;fillColor=none;top=0;left=0;bottom=0;right=0;align=left;spacingLeft=6;overflow=hidden;whiteSpace=wrap;html=1;" value="legajo" vertex="1">
          <mxGeometry height="30" width="150" x="30" as="geometry">
            <mxRectangle height="30" width="150" as="alternateBounds" />
          </mxGeometry>
        </mxCell>
        <mxCell id="yolWoft2z_0ZBsrmm8Kk-749" parent="yolWoft2z_0ZBsrmm8Kk-552" style="shape=tableRow;horizontal=0;startSize=0;swimlaneHead=0;swimlaneBody=0;fillColor=none;collapsible=0;dropTarget=0;points=[[0,0.5],[1,0.5]];portConstraint=eastwest;top=0;left=0;right=0;bottom=0;" value="" vertex="1">
          <mxGeometry height="30" width="180" y="150" as="geometry" />
        </mxCell>
        <mxCell id="yolWoft2z_0ZBsrmm8Kk-750" parent="yolWoft2z_0ZBsrmm8Kk-749" style="shape=partialRectangle;connectable=0;fillColor=none;top=0;left=0;bottom=0;right=0;editable=1;overflow=hidden;whiteSpace=wrap;html=1;" value="" vertex="1">
          <mxGeometry height="30" width="30" as="geometry">
            <mxRectangle height="30" width="30" as="alternateBounds" />
          </mxGeometry>
        </mxCell>
        <mxCell id="yolWoft2z_0ZBsrmm8Kk-751" parent="yolWoft2z_0ZBsrmm8Kk-749" style="shape=partialRectangle;connectable=0;fillColor=none;top=0;left=0;bottom=0;right=0;align=left;spacingLeft=6;overflow=hidden;whiteSpace=wrap;html=1;" value="cuit" vertex="1">
          <mxGeometry height="30" width="150" x="30" as="geometry">
            <mxRectangle height="30" width="150" as="alternateBounds" />
          </mxGeometry>
        </mxCell>
        <mxCell id="yolWoft2z_0ZBsrmm8Kk-559" parent="yolWoft2z_0ZBsrmm8Kk-552" style="shape=tableRow;horizontal=0;startSize=0;swimlaneHead=0;swimlaneBody=0;fillColor=none;collapsible=0;dropTarget=0;points=[[0,0.5],[1,0.5]];portConstraint=eastwest;top=0;left=0;right=0;bottom=0;" value="" vertex="1">
          <mxGeometry height="30" width="180" y="180" as="geometry" />
        </mxCell>
        <mxCell id="yolWoft2z_0ZBsrmm8Kk-560" parent="yolWoft2z_0ZBsrmm8Kk-559" style="shape=partialRectangle;connectable=0;fillColor=none;top=0;left=0;bottom=0;right=0;editable=1;overflow=hidden;whiteSpace=wrap;html=1;" value="" vertex="1">
          <mxGeometry height="30" width="30" as="geometry">
            <mxRectangle height="30" width="30" as="alternateBounds" />
          </mxGeometry>
        </mxCell>
        <mxCell id="yolWoft2z_0ZBsrmm8Kk-561" parent="yolWoft2z_0ZBsrmm8Kk-559" style="shape=partialRectangle;connectable=0;fillColor=none;top=0;left=0;bottom=0;right=0;align=left;spacingLeft=6;overflow=hidden;whiteSpace=wrap;html=1;" value="antiguedad" vertex="1">
          <mxGeometry height="30" width="150" x="30" as="geometry">
            <mxRectangle height="30" width="150" as="alternateBounds" />
          </mxGeometry>
        </mxCell>
        <mxCell id="yolWoft2z_0ZBsrmm8Kk-752" parent="yolWoft2z_0ZBsrmm8Kk-552" style="shape=tableRow;horizontal=0;startSize=0;swimlaneHead=0;swimlaneBody=0;fillColor=none;collapsible=0;dropTarget=0;points=[[0,0.5],[1,0.5]];portConstraint=eastwest;top=0;left=0;right=0;bottom=0;" value="" vertex="1">
          <mxGeometry height="30" width="180" y="210" as="geometry" />
        </mxCell>
        <mxCell id="yolWoft2z_0ZBsrmm8Kk-753" parent="yolWoft2z_0ZBsrmm8Kk-752" style="shape=partialRectangle;connectable=0;fillColor=none;top=0;left=0;bottom=0;right=0;editable=1;overflow=hidden;whiteSpace=wrap;html=1;" value="" vertex="1">
          <mxGeometry height="30" width="30" as="geometry">
            <mxRectangle height="30" width="30" as="alternateBounds" />
          </mxGeometry>
        </mxCell>
        <mxCell id="yolWoft2z_0ZBsrmm8Kk-754" parent="yolWoft2z_0ZBsrmm8Kk-752" style="shape=partialRectangle;connectable=0;fillColor=none;top=0;left=0;bottom=0;right=0;align=left;spacingLeft=6;overflow=hidden;whiteSpace=wrap;html=1;" value="domicilio" vertex="1">
          <mxGeometry height="30" width="150" x="30" as="geometry">
            <mxRectangle height="30" width="150" as="alternateBounds" />
          </mxGeometry>
        </mxCell>
        <mxCell id="yolWoft2z_0ZBsrmm8Kk-664" parent="yolWoft2z_0ZBsrmm8Kk-552" style="shape=tableRow;horizontal=0;startSize=0;swimlaneHead=0;swimlaneBody=0;fillColor=none;collapsible=0;dropTarget=0;points=[[0,0.5],[1,0.5]];portConstraint=eastwest;top=0;left=0;right=0;bottom=0;" value="" vertex="1">
          <mxGeometry height="30" width="180" y="240" as="geometry" />
        </mxCell>
        <mxCell id="yolWoft2z_0ZBsrmm8Kk-665" parent="yolWoft2z_0ZBsrmm8Kk-664" style="shape=partialRectangle;connectable=0;fillColor=none;top=0;left=0;bottom=0;right=0;editable=1;overflow=hidden;whiteSpace=wrap;html=1;" value="" vertex="1">
          <mxGeometry height="30" width="30" as="geometry">
            <mxRectangle height="30" width="30" as="alternateBounds" />
          </mxGeometry>
        </mxCell>
        <mxCell id="yolWoft2z_0ZBsrmm8Kk-666" parent="yolWoft2z_0ZBsrmm8Kk-664" style="shape=partialRectangle;connectable=0;fillColor=none;top=0;left=0;bottom=0;right=0;align=left;spacingLeft=6;overflow=hidden;whiteSpace=wrap;html=1;" value="id_sucursal" vertex="1">
          <mxGeometry height="30" width="150" x="30" as="geometry">
            <mxRectangle height="30" width="150" as="alternateBounds" />
          </mxGeometry>
        </mxCell>
        <mxCell id="yolWoft2z_0ZBsrmm8Kk-565" parent="1" style="shape=table;startSize=30;container=1;collapsible=1;childLayout=tableLayout;fixedRows=1;rowLines=0;fontStyle=1;align=center;resizeLast=1;html=1;" value="DIM_MODO_PAGO" vertex="1">
          <mxGeometry height="90" width="180" x="150" y="370" as="geometry" />
        </mxCell>
        <mxCell id="yolWoft2z_0ZBsrmm8Kk-566" parent="yolWoft2z_0ZBsrmm8Kk-565" style="shape=tableRow;horizontal=0;startSize=0;swimlaneHead=0;swimlaneBody=0;fillColor=none;collapsible=0;dropTarget=0;points=[[0,0.5],[1,0.5]];portConstraint=eastwest;top=0;left=0;right=0;bottom=1;" value="" vertex="1">
          <mxGeometry height="30" width="180" y="30" as="geometry" />
        </mxCell>
        <mxCell id="yolWoft2z_0ZBsrmm8Kk-567" parent="yolWoft2z_0ZBsrmm8Kk-566" style="shape=partialRectangle;connectable=0;fillColor=none;top=0;left=0;bottom=0;right=0;fontStyle=1;overflow=hidden;whiteSpace=wrap;html=1;" value="PK" vertex="1">
          <mxGeometry height="30" width="30" as="geometry">
            <mxRectangle height="30" width="30" as="alternateBounds" />
          </mxGeometry>
        </mxCell>
        <mxCell id="yolWoft2z_0ZBsrmm8Kk-568" parent="yolWoft2z_0ZBsrmm8Kk-566" style="shape=partialRectangle;connectable=0;fillColor=none;top=0;left=0;bottom=0;right=0;align=left;spacingLeft=6;fontStyle=5;overflow=hidden;whiteSpace=wrap;html=1;" value="id_modo_pago" vertex="1">
          <mxGeometry height="30" width="150" x="30" as="geometry">
            <mxRectangle height="30" width="150" as="alternateBounds" />
          </mxGeometry>
        </mxCell>
        <mxCell id="yolWoft2z_0ZBsrmm8Kk-569" parent="yolWoft2z_0ZBsrmm8Kk-565" style="shape=tableRow;horizontal=0;startSize=0;swimlaneHead=0;swimlaneBody=0;fillColor=none;collapsible=0;dropTarget=0;points=[[0,0.5],[1,0.5]];portConstraint=eastwest;top=0;left=0;right=0;bottom=0;" value="" vertex="1">
          <mxGeometry height="30" width="180" y="60" as="geometry" />
        </mxCell>
        <mxCell id="yolWoft2z_0ZBsrmm8Kk-570" parent="yolWoft2z_0ZBsrmm8Kk-569" style="shape=partialRectangle;connectable=0;fillColor=none;top=0;left=0;bottom=0;right=0;editable=1;overflow=hidden;whiteSpace=wrap;html=1;" value="" vertex="1">
          <mxGeometry height="30" width="30" as="geometry">
            <mxRectangle height="30" width="30" as="alternateBounds" />
          </mxGeometry>
        </mxCell>
        <mxCell id="yolWoft2z_0ZBsrmm8Kk-571" parent="yolWoft2z_0ZBsrmm8Kk-569" style="shape=partialRectangle;connectable=0;fillColor=none;top=0;left=0;bottom=0;right=0;align=left;spacingLeft=6;overflow=hidden;whiteSpace=wrap;html=1;" value="metodo_pago" vertex="1">
          <mxGeometry height="30" width="150" x="30" as="geometry">
            <mxRectangle height="30" width="150" as="alternateBounds" />
          </mxGeometry>
        </mxCell>
        <mxCell id="yolWoft2z_0ZBsrmm8Kk-578" parent="1" style="shape=table;startSize=30;container=1;collapsible=1;childLayout=tableLayout;fixedRows=1;rowLines=0;fontStyle=1;align=center;resizeLast=1;html=1;" value="DIM_SUCURSAL" vertex="1">
-           <mxGeometry height="180" width="180" x="1030" y="325" as="geometry" />
+           <mxGeometry height="180" width="180" x="1040" y="325" as="geometry" />
        </mxCell>
        <mxCell id="yolWoft2z_0ZBsrmm8Kk-579" parent="yolWoft2z_0ZBsrmm8Kk-578" style="shape=tableRow;horizontal=0;startSize=0;swimlaneHead=0;swimlaneBody=0;fillColor=none;collapsible=0;dropTarget=0;points=[[0,0.5],[1,0.5]];portConstraint=eastwest;top=0;left=0;right=0;bottom=1;" value="" vertex="1">
          <mxGeometry height="30" width="180" y="30" as="geometry" />
        </mxCell>
        <mxCell id="yolWoft2z_0ZBsrmm8Kk-580" parent="yolWoft2z_0ZBsrmm8Kk-579" style="shape=partialRectangle;connectable=0;fillColor=none;top=0;left=0;bottom=0;right=0;fontStyle=1;overflow=hidden;whiteSpace=wrap;html=1;" value="PK" vertex="1">
          <mxGeometry height="30" width="30" as="geometry">
            <mxRectangle height="30" width="30" as="alternateBounds" />
          </mxGeometry>
        </mxCell>
        <mxCell id="yolWoft2z_0ZBsrmm8Kk-581" parent="yolWoft2z_0ZBsrmm8Kk-579" style="shape=partialRectangle;connectable=0;fillColor=none;top=0;left=0;bottom=0;right=0;align=left;spacingLeft=6;fontStyle=5;overflow=hidden;whiteSpace=wrap;html=1;" value="id_sucursal" vertex="1">
          <mxGeometry height="30" width="150" x="30" as="geometry">
            <mxRectangle height="30" width="150" as="alternateBounds" />
          </mxGeometry>
        </mxCell>
        <mxCell id="yolWoft2z_0ZBsrmm8Kk-582" parent="yolWoft2z_0ZBsrmm8Kk-578" style="shape=tableRow;horizontal=0;startSize=0;swimlaneHead=0;swimlaneBody=0;fillColor=none;collapsible=0;dropTarget=0;points=[[0,0.5],[1,0.5]];portConstraint=eastwest;top=0;left=0;right=0;bottom=0;" value="" vertex="1">
          <mxGeometry height="30" width="180" y="60" as="geometry" />
        </mxCell>
        <mxCell id="yolWoft2z_0ZBsrmm8Kk-583" parent="yolWoft2z_0ZBsrmm8Kk-582" style="shape=partialRectangle;connectable=0;fillColor=none;top=0;left=0;bottom=0;right=0;editable=1;overflow=hidden;whiteSpace=wrap;html=1;" value="" vertex="1">
          <mxGeometry height="30" width="30" as="geometry">
            <mxRectangle height="30" width="30" as="alternateBounds" />
          </mxGeometry>
        </mxCell>
        <mxCell id="yolWoft2z_0ZBsrmm8Kk-584" parent="yolWoft2z_0ZBsrmm8Kk-582" style="shape=partialRectangle;connectable=0;fillColor=none;top=0;left=0;bottom=0;right=0;align=left;spacingLeft=6;overflow=hidden;whiteSpace=wrap;html=1;" value="nombre" vertex="1">
          <mxGeometry height="30" width="150" x="30" as="geometry">
            <mxRectangle height="30" width="150" as="alternateBounds" />
          </mxGeometry>
        </mxCell>
        <mxCell id="yolWoft2z_0ZBsrmm8Kk-585" parent="yolWoft2z_0ZBsrmm8Kk-578" style="shape=tableRow;horizontal=0;startSize=0;swimlaneHead=0;swimlaneBody=0;fillColor=none;collapsible=0;dropTarget=0;points=[[0,0.5],[1,0.5]];portConstraint=eastwest;top=0;left=0;right=0;bottom=0;" value="" vertex="1">
          <mxGeometry height="30" width="180" y="90" as="geometry" />
        </mxCell>
        <mxCell id="yolWoft2z_0ZBsrmm8Kk-586" parent="yolWoft2z_0ZBsrmm8Kk-585" style="shape=partialRectangle;connectable=0;fillColor=none;top=0;left=0;bottom=0;right=0;editable=1;overflow=hidden;whiteSpace=wrap;html=1;" value="" vertex="1">
          <mxGeometry height="30" width="30" as="geometry">
            <mxRectangle height="30" width="30" as="alternateBounds" />
          </mxGeometry>
        </mxCell>
        <mxCell id="yolWoft2z_0ZBsrmm8Kk-587" parent="yolWoft2z_0ZBsrmm8Kk-585" style="shape=partialRectangle;connectable=0;fillColor=none;top=0;left=0;bottom=0;right=0;align=left;spacingLeft=6;overflow=hidden;whiteSpace=wrap;html=1;" value="domicilio" vertex="1">
          <mxGeometry height="30" width="150" x="30" as="geometry">
            <mxRectangle height="30" width="150" as="alternateBounds" />
          </mxGeometry>
        </mxCell>
        <mxCell id="yolWoft2z_0ZBsrmm8Kk-588" parent="yolWoft2z_0ZBsrmm8Kk-578" style="shape=tableRow;horizontal=0;startSize=0;swimlaneHead=0;swimlaneBody=0;fillColor=none;collapsible=0;dropTarget=0;points=[[0,0.5],[1,0.5]];portConstraint=eastwest;top=0;left=0;right=0;bottom=0;" value="" vertex="1">
          <mxGeometry height="30" width="180" y="120" as="geometry" />
        </mxCell>
        <mxCell id="yolWoft2z_0ZBsrmm8Kk-589" parent="yolWoft2z_0ZBsrmm8Kk-588" style="shape=partialRectangle;connectable=0;fillColor=none;top=0;left=0;bottom=0;right=0;editable=1;overflow=hidden;whiteSpace=wrap;html=1;" value="" vertex="1">
          <mxGeometry height="30" width="30" as="geometry">
            <mxRectangle height="30" width="30" as="alternateBounds" />
          </mxGeometry>
        </mxCell>
        <mxCell id="yolWoft2z_0ZBsrmm8Kk-590" parent="yolWoft2z_0ZBsrmm8Kk-588" style="shape=partialRectangle;connectable=0;fillColor=none;top=0;left=0;bottom=0;right=0;align=left;spacingLeft=6;overflow=hidden;whiteSpace=wrap;html=1;" value="ciudad" vertex="1">
          <mxGeometry height="30" width="150" x="30" as="geometry">
            <mxRectangle height="30" width="150" as="alternateBounds" />
          </mxGeometry>
        </mxCell>
        <mxCell id="yolWoft2z_0ZBsrmm8Kk-660" parent="yolWoft2z_0ZBsrmm8Kk-578" style="shape=tableRow;horizontal=0;startSize=0;swimlaneHead=0;swimlaneBody=0;fillColor=none;collapsible=0;dropTarget=0;points=[[0,0.5],[1,0.5]];portConstraint=eastwest;top=0;left=0;right=0;bottom=0;" value="" vertex="1">
          <mxGeometry height="30" width="180" y="150" as="geometry" />
        </mxCell>
        <mxCell id="yolWoft2z_0ZBsrmm8Kk-661" parent="yolWoft2z_0ZBsrmm8Kk-660" style="shape=partialRectangle;connectable=0;fillColor=none;top=0;left=0;bottom=0;right=0;editable=1;overflow=hidden;whiteSpace=wrap;html=1;" value="" vertex="1">
          <mxGeometry height="30" width="30" as="geometry">
            <mxRectangle height="30" width="30" as="alternateBounds" />
          </mxGeometry>
        </mxCell>
        <mxCell id="yolWoft2z_0ZBsrmm8Kk-662" parent="yolWoft2z_0ZBsrmm8Kk-660" style="shape=partialRectangle;connectable=0;fillColor=none;top=0;left=0;bottom=0;right=0;align=left;spacingLeft=6;overflow=hidden;whiteSpace=wrap;html=1;" value="CUIT" vertex="1">
          <mxGeometry height="30" width="150" x="30" as="geometry">
            <mxRectangle height="30" width="150" as="alternateBounds" />
          </mxGeometry>
        </mxCell>
        <mxCell id="yolWoft2z_0ZBsrmm8Kk-591" parent="1" style="shape=table;startSize=30;container=1;collapsible=1;childLayout=tableLayout;fixedRows=1;rowLines=0;fontStyle=1;align=center;resizeLast=1;html=1;" value="FCT_STOCK" vertex="1">
-           <mxGeometry height="150" width="180" x="460" y="-10" as="geometry" />
+           <mxGeometry height="180" width="180" x="460" y="-10" as="geometry" />
        </mxCell>
        <mxCell id="yolWoft2z_0ZBsrmm8Kk-592" parent="yolWoft2z_0ZBsrmm8Kk-591" style="shape=tableRow;horizontal=0;startSize=0;swimlaneHead=0;swimlaneBody=0;fillColor=none;collapsible=0;dropTarget=0;points=[[0,0.5],[1,0.5]];portConstraint=eastwest;top=0;left=0;right=0;bottom=1;" value="" vertex="1">
          <mxGeometry height="30" width="180" y="30" as="geometry" />
        </mxCell>
        <mxCell id="yolWoft2z_0ZBsrmm8Kk-593" parent="yolWoft2z_0ZBsrmm8Kk-592" style="shape=partialRectangle;connectable=0;fillColor=none;top=0;left=0;bottom=0;right=0;fontStyle=1;overflow=hidden;whiteSpace=wrap;html=1;" value="PK" vertex="1">
          <mxGeometry height="30" width="30" as="geometry">
            <mxRectangle height="30" width="30" as="alternateBounds" />
          </mxGeometry>
        </mxCell>
        <mxCell id="yolWoft2z_0ZBsrmm8Kk-594" parent="yolWoft2z_0ZBsrmm8Kk-592" style="shape=partialRectangle;connectable=0;fillColor=none;top=0;left=0;bottom=0;right=0;align=left;spacingLeft=6;fontStyle=5;overflow=hidden;whiteSpace=wrap;html=1;" value="id_stock" vertex="1">
          <mxGeometry height="30" width="150" x="30" as="geometry">
            <mxRectangle height="30" width="150" as="alternateBounds" />
          </mxGeometry>
        </mxCell>
        <mxCell id="yolWoft2z_0ZBsrmm8Kk-595" parent="yolWoft2z_0ZBsrmm8Kk-591" style="shape=tableRow;horizontal=0;startSize=0;swimlaneHead=0;swimlaneBody=0;fillColor=none;collapsible=0;dropTarget=0;points=[[0,0.5],[1,0.5]];portConstraint=eastwest;top=0;left=0;right=0;bottom=0;" value="" vertex="1">
          <mxGeometry height="30" width="180" y="60" as="geometry" />
        </mxCell>
-         <mxCell id="yolWoft2z_0ZBsrmm8Kk-596" parent="yolWoft2z_0ZBsrmm8Kk-595" style="shape=partialRectangle;connectable=0;fillColor=none;top=0;left=0;bottom=0;right=0;editable=1;overflow=hidden;whiteSpace=wrap;html=1;" value="" vertex="1">
+         <mxCell id="yolWoft2z_0ZBsrmm8Kk-596" parent="yolWoft2z_0ZBsrmm8Kk-595" style="shape=partialRectangle;connectable=0;fillColor=none;top=0;left=0;bottom=0;right=0;editable=1;overflow=hidden;whiteSpace=wrap;html=1;" value="FK" vertex="1">
          <mxGeometry height="30" width="30" as="geometry">
            <mxRectangle height="30" width="30" as="alternateBounds" />
          </mxGeometry>
        </mxCell>
        <mxCell id="yolWoft2z_0ZBsrmm8Kk-597" parent="yolWoft2z_0ZBsrmm8Kk-595" style="shape=partialRectangle;connectable=0;fillColor=none;top=0;left=0;bottom=0;right=0;align=left;spacingLeft=6;overflow=hidden;whiteSpace=wrap;html=1;" value="id_sucursal" vertex="1">
          <mxGeometry height="30" width="150" x="30" as="geometry">
            <mxRectangle height="30" width="150" as="alternateBounds" />
          </mxGeometry>
        </mxCell>
-         <mxCell id="yolWoft2z_0ZBsrmm8Kk-598" parent="yolWoft2z_0ZBsrmm8Kk-591" style="shape=tableRow;horizontal=0;startSize=0;swimlaneHead=0;swimlaneBody=0;fillColor=none;collapsible=0;dropTarget=0;points=[[0,0.5],[1,0.5]];portConstraint=eastwest;top=0;left=0;right=0;bottom=0;" value="" vertex="1">
+         <mxCell id="yolWoft2z_0ZBsrmm8Kk-601" parent="yolWoft2z_0ZBsrmm8Kk-591" style="shape=tableRow;horizontal=0;startSize=0;swimlaneHead=0;swimlaneBody=0;fillColor=none;collapsible=0;dropTarget=0;points=[[0,0.5],[1,0.5]];portConstraint=eastwest;top=0;left=0;right=0;bottom=0;" value="" vertex="1">
          <mxGeometry height="30" width="180" y="90" as="geometry" />
        </mxCell>
-         <mxCell id="yolWoft2z_0ZBsrmm8Kk-599" parent="yolWoft2z_0ZBsrmm8Kk-598" style="shape=partialRectangle;connectable=0;fillColor=none;top=0;left=0;bottom=0;right=0;editable=1;overflow=hidden;whiteSpace=wrap;html=1;" value="" vertex="1">
-           <mxGeometry height="30" width="30" as="geometry">
-             <mxRectangle height="30" width="30" as="alternateBounds" />
-           </mxGeometry>
-         </mxCell>
-         <mxCell id="yolWoft2z_0ZBsrmm8Kk-600" parent="yolWoft2z_0ZBsrmm8Kk-598" style="shape=partialRectangle;connectable=0;fillColor=none;top=0;left=0;bottom=0;right=0;align=left;spacingLeft=6;overflow=hidden;whiteSpace=wrap;html=1;" value="cantidad" vertex="1">
-           <mxGeometry height="30" width="150" x="30" as="geometry">
-             <mxRectangle height="30" width="150" as="alternateBounds" />
-           </mxGeometry>
-         </mxCell>
-         <mxCell id="yolWoft2z_0ZBsrmm8Kk-601" parent="yolWoft2z_0ZBsrmm8Kk-591" style="shape=tableRow;horizontal=0;startSize=0;swimlaneHead=0;swimlaneBody=0;fillColor=none;collapsible=0;dropTarget=0;points=[[0,0.5],[1,0.5]];portConstraint=eastwest;top=0;left=0;right=0;bottom=0;" value="" vertex="1">
+         <mxCell id="yolWoft2z_0ZBsrmm8Kk-602" parent="yolWoft2z_0ZBsrmm8Kk-601" style="shape=partialRectangle;connectable=0;fillColor=none;top=0;left=0;bottom=0;right=0;editable=1;overflow=hidden;whiteSpace=wrap;html=1;" value="FK" vertex="1">
+           <mxGeometry height="30" width="30" as="geometry">
+             <mxRectangle height="30" width="30" as="alternateBounds" />
+           </mxGeometry>
+         </mxCell>
+         <mxCell id="yolWoft2z_0ZBsrmm8Kk-603" parent="yolWoft2z_0ZBsrmm8Kk-601" style="shape=partialRectangle;connectable=0;fillColor=none;top=0;left=0;bottom=0;right=0;align=left;spacingLeft=6;overflow=hidden;whiteSpace=wrap;html=1;" value="id_automovil" vertex="1">
+           <mxGeometry height="30" width="150" x="30" as="geometry">
+             <mxRectangle height="30" width="150" as="alternateBounds" />
+           </mxGeometry>
+         </mxCell>
+         <mxCell id="yolWoft2z_0ZBsrmm8Kk-759" parent="yolWoft2z_0ZBsrmm8Kk-591" style="shape=tableRow;horizontal=0;startSize=0;swimlaneHead=0;swimlaneBody=0;fillColor=none;collapsible=0;dropTarget=0;points=[[0,0.5],[1,0.5]];portConstraint=eastwest;top=0;left=0;right=0;bottom=0;" value="" vertex="1">
          <mxGeometry height="30" width="180" y="120" as="geometry" />
        </mxCell>
-         <mxCell id="yolWoft2z_0ZBsrmm8Kk-602" parent="yolWoft2z_0ZBsrmm8Kk-601" style="shape=partialRectangle;connectable=0;fillColor=none;top=0;left=0;bottom=0;right=0;editable=1;overflow=hidden;whiteSpace=wrap;html=1;" value="" vertex="1">
-           <mxGeometry height="30" width="30" as="geometry">
-             <mxRectangle height="30" width="30" as="alternateBounds" />
-           </mxGeometry>
-         </mxCell>
-         <mxCell id="yolWoft2z_0ZBsrmm8Kk-603" parent="yolWoft2z_0ZBsrmm8Kk-601" style="shape=partialRectangle;connectable=0;fillColor=none;top=0;left=0;bottom=0;right=0;align=left;spacingLeft=6;overflow=hidden;whiteSpace=wrap;html=1;" value="id_automovil" vertex="1">
+         <mxCell id="yolWoft2z_0ZBsrmm8Kk-760" parent="yolWoft2z_0ZBsrmm8Kk-759" style="shape=partialRectangle;connectable=0;fillColor=none;top=0;left=0;bottom=0;right=0;editable=1;overflow=hidden;whiteSpace=wrap;html=1;" value="FK" vertex="1">
+           <mxGeometry height="30" width="30" as="geometry">
+             <mxRectangle height="30" width="30" as="alternateBounds" />
+           </mxGeometry>
+         </mxCell>
+         <mxCell id="yolWoft2z_0ZBsrmm8Kk-761" parent="yolWoft2z_0ZBsrmm8Kk-759" style="shape=partialRectangle;connectable=0;fillColor=none;top=0;left=0;bottom=0;right=0;align=left;spacingLeft=6;overflow=hidden;whiteSpace=wrap;html=1;" value="id_tiempo" vertex="1">
+           <mxGeometry height="30" width="150" x="30" as="geometry">
+             <mxRectangle height="30" width="150" as="alternateBounds" />
+           </mxGeometry>
+         </mxCell>
+         <mxCell id="yolWoft2z_0ZBsrmm8Kk-767" parent="yolWoft2z_0ZBsrmm8Kk-591" style="shape=tableRow;horizontal=0;startSize=0;swimlaneHead=0;swimlaneBody=0;fillColor=none;collapsible=0;dropTarget=0;points=[[0,0.5],[1,0.5]];portConstraint=eastwest;top=0;left=0;right=0;bottom=0;" value="" vertex="1">
+           <mxGeometry height="30" width="180" y="150" as="geometry" />
+         </mxCell>
+         <mxCell id="yolWoft2z_0ZBsrmm8Kk-768" parent="yolWoft2z_0ZBsrmm8Kk-767" style="shape=partialRectangle;connectable=0;fillColor=none;top=0;left=0;bottom=0;right=0;editable=1;overflow=hidden;whiteSpace=wrap;html=1;" value="" vertex="1">
+           <mxGeometry height="30" width="30" as="geometry">
+             <mxRectangle height="30" width="30" as="alternateBounds" />
+           </mxGeometry>
+         </mxCell>
+         <mxCell id="yolWoft2z_0ZBsrmm8Kk-769" parent="yolWoft2z_0ZBsrmm8Kk-767" style="shape=partialRectangle;connectable=0;fillColor=none;top=0;left=0;bottom=0;right=0;align=left;spacingLeft=6;overflow=hidden;whiteSpace=wrap;html=1;" value="cantidad" vertex="1">
          <mxGeometry height="30" width="150" x="30" as="geometry">
            <mxRectangle height="30" width="150" as="alternateBounds" />
          </mxGeometry>
        </mxCell>
        <mxCell id="yolWoft2z_0ZBsrmm8Kk-610" edge="1" parent="1" source="yolWoft2z_0ZBsrmm8Kk-517" style="edgeStyle=orthogonalEdgeStyle;rounded=0;orthogonalLoop=1;jettySize=auto;html=1;exitX=0;exitY=0.5;exitDx=0;exitDy=0;entryX=1;entryY=0.5;entryDx=0;entryDy=0;" target="yolWoft2z_0ZBsrmm8Kk-501">
          <mxGeometry relative="1" as="geometry" />
        </mxCell>
        <mxCell id="yolWoft2z_0ZBsrmm8Kk-617" edge="1" parent="1" source="yolWoft2z_0ZBsrmm8Kk-504" style="edgeStyle=orthogonalEdgeStyle;rounded=0;orthogonalLoop=1;jettySize=auto;html=1;exitX=0;exitY=0.5;exitDx=0;exitDy=0;entryX=1;entryY=0.5;entryDx=0;entryDy=0;" target="yolWoft2z_0ZBsrmm8Kk-540">
          <mxGeometry relative="1" as="geometry" />
        </mxCell>
        <mxCell id="yolWoft2z_0ZBsrmm8Kk-659" edge="1" parent="1" source="yolWoft2z_0ZBsrmm8Kk-595" style="edgeStyle=orthogonalEdgeStyle;rounded=0;orthogonalLoop=1;jettySize=auto;html=1;exitX=1;exitY=0.5;exitDx=0;exitDy=0;entryX=0;entryY=0.5;entryDx=0;entryDy=0;" target="yolWoft2z_0ZBsrmm8Kk-579">
          <mxGeometry relative="1" as="geometry">
            <Array as="points">
              <mxPoint x="1000" y="65" />
              <mxPoint x="1000" y="370" />
            </Array>
          </mxGeometry>
        </mxCell>
        <mxCell id="yolWoft2z_0ZBsrmm8Kk-667" edge="1" parent="1" source="yolWoft2z_0ZBsrmm8Kk-664" style="edgeStyle=orthogonalEdgeStyle;rounded=0;orthogonalLoop=1;jettySize=auto;html=1;exitX=1;exitY=0.5;exitDx=0;exitDy=0;entryX=0;entryY=0.5;entryDx=0;entryDy=0;" target="yolWoft2z_0ZBsrmm8Kk-579">
          <mxGeometry relative="1" as="geometry">
            <Array as="points">
              <mxPoint x="1000" y="665" />
              <mxPoint x="1000" y="370" />
            </Array>
          </mxGeometry>
        </mxCell>
        <mxCell id="yolWoft2z_0ZBsrmm8Kk-668" edge="1" parent="1" source="yolWoft2z_0ZBsrmm8Kk-523" style="edgeStyle=orthogonalEdgeStyle;rounded=0;orthogonalLoop=1;jettySize=auto;html=1;exitX=1;exitY=0.5;exitDx=0;exitDy=0;entryX=0;entryY=0.5;entryDx=0;entryDy=0;" target="yolWoft2z_0ZBsrmm8Kk-553">
          <mxGeometry relative="1" as="geometry" />
        </mxCell>
        <mxCell id="yolWoft2z_0ZBsrmm8Kk-669" edge="1" parent="1" source="yolWoft2z_0ZBsrmm8Kk-601" style="edgeStyle=orthogonalEdgeStyle;rounded=0;orthogonalLoop=1;jettySize=auto;html=1;exitX=0;exitY=0.5;exitDx=0;exitDy=0;entryX=1;entryY=0.5;entryDx=0;entryDy=0;" target="yolWoft2z_0ZBsrmm8Kk-501">
          <mxGeometry relative="1" as="geometry" />
        </mxCell>
        <mxCell id="yolWoft2z_0ZBsrmm8Kk-700" edge="1" parent="1" source="yolWoft2z_0ZBsrmm8Kk-682" style="edgeStyle=orthogonalEdgeStyle;rounded=0;orthogonalLoop=1;jettySize=auto;html=1;exitX=0;exitY=0.5;exitDx=0;exitDy=0;entryX=1;entryY=0.5;entryDx=0;entryDy=0;" target="yolWoft2z_0ZBsrmm8Kk-566">
          <mxGeometry relative="1" as="geometry" />
        </mxCell>
        <mxCell id="yolWoft2z_0ZBsrmm8Kk-701" parent="1" style="shape=table;startSize=30;container=1;collapsible=1;childLayout=tableLayout;fixedRows=1;rowLines=0;fontStyle=1;align=center;resizeLast=1;html=1;" value="DIM_TIEMPO" vertex="1">
          <mxGeometry height="210" width="180" x="770" y="170" as="geometry" />
        </mxCell>
        <mxCell id="yolWoft2z_0ZBsrmm8Kk-702" parent="yolWoft2z_0ZBsrmm8Kk-701" style="shape=tableRow;horizontal=0;startSize=0;swimlaneHead=0;swimlaneBody=0;fillColor=none;collapsible=0;dropTarget=0;points=[[0,0.5],[1,0.5]];portConstraint=eastwest;top=0;left=0;right=0;bottom=1;" value="" vertex="1">
          <mxGeometry height="30" width="180" y="30" as="geometry" />
        </mxCell>
        <mxCell id="yolWoft2z_0ZBsrmm8Kk-703" parent="yolWoft2z_0ZBsrmm8Kk-702" style="shape=partialRectangle;connectable=0;fillColor=none;top=0;left=0;bottom=0;right=0;fontStyle=1;overflow=hidden;whiteSpace=wrap;html=1;" value="PK" vertex="1">
          <mxGeometry height="30" width="30" as="geometry">
            <mxRectangle height="30" width="30" as="alternateBounds" />
          </mxGeometry>
        </mxCell>
        <mxCell id="yolWoft2z_0ZBsrmm8Kk-704" parent="yolWoft2z_0ZBsrmm8Kk-702" style="shape=partialRectangle;connectable=0;fillColor=none;top=0;left=0;bottom=0;right=0;align=left;spacingLeft=6;fontStyle=5;overflow=hidden;whiteSpace=wrap;html=1;" value="id_tiempo" vertex="1">
          <mxGeometry height="30" width="150" x="30" as="geometry">
            <mxRectangle height="30" width="150" as="alternateBounds" />
          </mxGeometry>
        </mxCell>
        <mxCell id="yolWoft2z_0ZBsrmm8Kk-705" parent="yolWoft2z_0ZBsrmm8Kk-701" style="shape=tableRow;horizontal=0;startSize=0;swimlaneHead=0;swimlaneBody=0;fillColor=none;collapsible=0;dropTarget=0;points=[[0,0.5],[1,0.5]];portConstraint=eastwest;top=0;left=0;right=0;bottom=0;" value="" vertex="1">
          <mxGeometry height="30" width="180" y="60" as="geometry" />
        </mxCell>
        <mxCell id="yolWoft2z_0ZBsrmm8Kk-706" parent="yolWoft2z_0ZBsrmm8Kk-705" style="shape=partialRectangle;connectable=0;fillColor=none;top=0;left=0;bottom=0;right=0;editable=1;overflow=hidden;whiteSpace=wrap;html=1;" value="" vertex="1">
          <mxGeometry height="30" width="30" as="geometry">
            <mxRectangle height="30" width="30" as="alternateBounds" />
          </mxGeometry>
        </mxCell>
        <mxCell id="yolWoft2z_0ZBsrmm8Kk-707" parent="yolWoft2z_0ZBsrmm8Kk-705" style="shape=partialRectangle;connectable=0;fillColor=none;top=0;left=0;bottom=0;right=0;align=left;spacingLeft=6;overflow=hidden;whiteSpace=wrap;html=1;" value="fecha" vertex="1">
          <mxGeometry height="30" width="150" x="30" as="geometry">
            <mxRectangle height="30" width="150" as="alternateBounds" />
          </mxGeometry>
        </mxCell>
        <mxCell id="yolWoft2z_0ZBsrmm8Kk-708" parent="yolWoft2z_0ZBsrmm8Kk-701" style="shape=tableRow;horizontal=0;startSize=0;swimlaneHead=0;swimlaneBody=0;fillColor=none;collapsible=0;dropTarget=0;points=[[0,0.5],[1,0.5]];portConstraint=eastwest;top=0;left=0;right=0;bottom=0;" value="" vertex="1">
          <mxGeometry height="30" width="180" y="90" as="geometry" />
        </mxCell>
        <mxCell id="yolWoft2z_0ZBsrmm8Kk-709" parent="yolWoft2z_0ZBsrmm8Kk-708" style="shape=partialRectangle;connectable=0;fillColor=none;top=0;left=0;bottom=0;right=0;editable=1;overflow=hidden;whiteSpace=wrap;html=1;" value="" vertex="1">
          <mxGeometry height="30" width="30" as="geometry">
            <mxRectangle height="30" width="30" as="alternateBounds" />
          </mxGeometry>
        </mxCell>
        <mxCell id="yolWoft2z_0ZBsrmm8Kk-710" parent="yolWoft2z_0ZBsrmm8Kk-708" style="shape=partialRectangle;connectable=0;fillColor=none;top=0;left=0;bottom=0;right=0;align=left;spacingLeft=6;overflow=hidden;whiteSpace=wrap;html=1;" value="dia" vertex="1">
          <mxGeometry height="30" width="150" x="30" as="geometry">
            <mxRectangle height="30" width="150" as="alternateBounds" />
          </mxGeometry>
        </mxCell>
        <mxCell id="yolWoft2z_0ZBsrmm8Kk-711" parent="yolWoft2z_0ZBsrmm8Kk-701" style="shape=tableRow;horizontal=0;startSize=0;swimlaneHead=0;swimlaneBody=0;fillColor=none;collapsible=0;dropTarget=0;points=[[0,0.5],[1,0.5]];portConstraint=eastwest;top=0;left=0;right=0;bottom=0;" value="" vertex="1">
          <mxGeometry height="30" width="180" y="120" as="geometry" />
        </mxCell>
        <mxCell id="yolWoft2z_0ZBsrmm8Kk-712" parent="yolWoft2z_0ZBsrmm8Kk-711" style="shape=partialRectangle;connectable=0;fillColor=none;top=0;left=0;bottom=0;right=0;editable=1;overflow=hidden;whiteSpace=wrap;html=1;" value="" vertex="1">
          <mxGeometry height="30" width="30" as="geometry">
            <mxRectangle height="30" width="30" as="alternateBounds" />
          </mxGeometry>
        </mxCell>
        <mxCell id="yolWoft2z_0ZBsrmm8Kk-713" parent="yolWoft2z_0ZBsrmm8Kk-711" style="shape=partialRectangle;connectable=0;fillColor=none;top=0;left=0;bottom=0;right=0;align=left;spacingLeft=6;overflow=hidden;whiteSpace=wrap;html=1;" value="semana" vertex="1">
          <mxGeometry height="30" width="150" x="30" as="geometry">
            <mxRectangle height="30" width="150" as="alternateBounds" />
          </mxGeometry>
        </mxCell>
        <mxCell id="yolWoft2z_0ZBsrmm8Kk-714" parent="yolWoft2z_0ZBsrmm8Kk-701" style="shape=tableRow;horizontal=0;startSize=0;swimlaneHead=0;swimlaneBody=0;fillColor=none;collapsible=0;dropTarget=0;points=[[0,0.5],[1,0.5]];portConstraint=eastwest;top=0;left=0;right=0;bottom=0;" value="" vertex="1">
          <mxGeometry height="30" width="180" y="150" as="geometry" />
        </mxCell>
        <mxCell id="yolWoft2z_0ZBsrmm8Kk-715" parent="yolWoft2z_0ZBsrmm8Kk-714" style="shape=partialRectangle;connectable=0;fillColor=none;top=0;left=0;bottom=0;right=0;editable=1;overflow=hidden;whiteSpace=wrap;html=1;" value="" vertex="1">
          <mxGeometry height="30" width="30" as="geometry">
            <mxRectangle height="30" width="30" as="alternateBounds" />
          </mxGeometry>
        </mxCell>
        <mxCell id="yolWoft2z_0ZBsrmm8Kk-716" parent="yolWoft2z_0ZBsrmm8Kk-714" style="shape=partialRectangle;connectable=0;fillColor=none;top=0;left=0;bottom=0;right=0;align=left;spacingLeft=6;overflow=hidden;whiteSpace=wrap;html=1;" value="mes" vertex="1">
          <mxGeometry height="30" width="150" x="30" as="geometry">
            <mxRectangle height="30" width="150" as="alternateBounds" />
          </mxGeometry>
        </mxCell>
        <mxCell id="yolWoft2z_0ZBsrmm8Kk-717" parent="yolWoft2z_0ZBsrmm8Kk-701" style="shape=tableRow;horizontal=0;startSize=0;swimlaneHead=0;swimlaneBody=0;fillColor=none;collapsible=0;dropTarget=0;points=[[0,0.5],[1,0.5]];portConstraint=eastwest;top=0;left=0;right=0;bottom=0;" value="" vertex="1">
          <mxGeometry height="30" width="180" y="180" as="geometry" />
        </mxCell>
        <mxCell id="yolWoft2z_0ZBsrmm8Kk-718" parent="yolWoft2z_0ZBsrmm8Kk-717" style="shape=partialRectangle;connectable=0;fillColor=none;top=0;left=0;bottom=0;right=0;editable=1;overflow=hidden;whiteSpace=wrap;html=1;" value="" vertex="1">
          <mxGeometry height="30" width="30" as="geometry">
            <mxRectangle height="30" width="30" as="alternateBounds" />
          </mxGeometry>
        </mxCell>
        <mxCell id="yolWoft2z_0ZBsrmm8Kk-719" parent="yolWoft2z_0ZBsrmm8Kk-717" style="shape=partialRectangle;connectable=0;fillColor=none;top=0;left=0;bottom=0;right=0;align=left;spacingLeft=6;overflow=hidden;whiteSpace=wrap;html=1;" value="anio" vertex="1">
          <mxGeometry height="30" width="150" x="30" as="geometry">
            <mxRectangle height="30" width="150" as="alternateBounds" />
          </mxGeometry>
        </mxCell>
        <mxCell id="yolWoft2z_0ZBsrmm8Kk-727" edge="1" parent="1" source="yolWoft2z_0ZBsrmm8Kk-520" style="edgeStyle=orthogonalEdgeStyle;rounded=0;orthogonalLoop=1;jettySize=auto;html=1;exitX=1;exitY=0.5;exitDx=0;exitDy=0;entryX=0;entryY=0.5;entryDx=0;entryDy=0;" target="yolWoft2z_0ZBsrmm8Kk-702">
          <mxGeometry relative="1" as="geometry" />
        </mxCell>
        <mxCell id="yolWoft2z_0ZBsrmm8Kk-731" parent="1" style="shape=table;startSize=30;container=1;collapsible=1;childLayout=tableLayout;fixedRows=1;rowLines=0;fontStyle=1;align=center;resizeLast=1;html=1;" value="DIM_DETALLE_ACCESORIOS" vertex="1">
          <mxGeometry height="120" width="220" x="130" y="490" as="geometry" />
        </mxCell>
        <mxCell id="yolWoft2z_0ZBsrmm8Kk-732" parent="yolWoft2z_0ZBsrmm8Kk-731" style="shape=tableRow;horizontal=0;startSize=0;swimlaneHead=0;swimlaneBody=0;fillColor=none;collapsible=0;dropTarget=0;points=[[0,0.5],[1,0.5]];portConstraint=eastwest;top=0;left=0;right=0;bottom=1;" value="" vertex="1">
          <mxGeometry height="30" width="220" y="30" as="geometry" />
        </mxCell>
        <mxCell id="yolWoft2z_0ZBsrmm8Kk-733" parent="yolWoft2z_0ZBsrmm8Kk-732" style="shape=partialRectangle;connectable=0;fillColor=none;top=0;left=0;bottom=0;right=0;fontStyle=1;overflow=hidden;whiteSpace=wrap;html=1;" value="PK" vertex="1">
          <mxGeometry height="30" width="30" as="geometry">
            <mxRectangle height="30" width="30" as="alternateBounds" />
          </mxGeometry>
        </mxCell>
        <mxCell id="yolWoft2z_0ZBsrmm8Kk-734" parent="yolWoft2z_0ZBsrmm8Kk-732" style="shape=partialRectangle;connectable=0;fillColor=none;top=0;left=0;bottom=0;right=0;align=left;spacingLeft=6;fontStyle=5;overflow=hidden;whiteSpace=wrap;html=1;" value="id_detalle_accesorio" vertex="1">
          <mxGeometry height="30" width="190" x="30" as="geometry">
            <mxRectangle height="30" width="190" as="alternateBounds" />
          </mxGeometry>
        </mxCell>
        <mxCell id="yolWoft2z_0ZBsrmm8Kk-735" parent="yolWoft2z_0ZBsrmm8Kk-731" style="shape=tableRow;horizontal=0;startSize=0;swimlaneHead=0;swimlaneBody=0;fillColor=none;collapsible=0;dropTarget=0;points=[[0,0.5],[1,0.5]];portConstraint=eastwest;top=0;left=0;right=0;bottom=0;" value="" vertex="1">
          <mxGeometry height="30" width="220" y="60" as="geometry" />
        </mxCell>
        <mxCell id="yolWoft2z_0ZBsrmm8Kk-736" parent="yolWoft2z_0ZBsrmm8Kk-735" style="shape=partialRectangle;connectable=0;fillColor=none;top=0;left=0;bottom=0;right=0;editable=1;overflow=hidden;whiteSpace=wrap;html=1;" value="" vertex="1">
          <mxGeometry height="30" width="30" as="geometry">
            <mxRectangle height="30" width="30" as="alternateBounds" />
          </mxGeometry>
        </mxCell>
        <mxCell id="yolWoft2z_0ZBsrmm8Kk-737" parent="yolWoft2z_0ZBsrmm8Kk-735" style="shape=partialRectangle;connectable=0;fillColor=none;top=0;left=0;bottom=0;right=0;align=left;spacingLeft=6;overflow=hidden;whiteSpace=wrap;html=1;" value="item" vertex="1">
          <mxGeometry height="30" width="190" x="30" as="geometry">
            <mxRectangle height="30" width="190" as="alternateBounds" />
          </mxGeometry>
        </mxCell>
        <mxCell id="yolWoft2z_0ZBsrmm8Kk-738" parent="yolWoft2z_0ZBsrmm8Kk-731" style="shape=tableRow;horizontal=0;startSize=0;swimlaneHead=0;swimlaneBody=0;fillColor=none;collapsible=0;dropTarget=0;points=[[0,0.5],[1,0.5]];portConstraint=eastwest;top=0;left=0;right=0;bottom=0;" value="" vertex="1">
          <mxGeometry height="30" width="220" y="90" as="geometry" />
        </mxCell>
        <mxCell id="yolWoft2z_0ZBsrmm8Kk-739" parent="yolWoft2z_0ZBsrmm8Kk-738" style="shape=partialRectangle;connectable=0;fillColor=none;top=0;left=0;bottom=0;right=0;editable=1;overflow=hidden;whiteSpace=wrap;html=1;" value="" vertex="1">
          <mxGeometry height="30" width="30" as="geometry">
            <mxRectangle height="30" width="30" as="alternateBounds" />
          </mxGeometry>
        </mxCell>
        <mxCell id="yolWoft2z_0ZBsrmm8Kk-740" parent="yolWoft2z_0ZBsrmm8Kk-738" style="shape=partialRectangle;connectable=0;fillColor=none;top=0;left=0;bottom=0;right=0;align=left;spacingLeft=6;overflow=hidden;whiteSpace=wrap;html=1;" value="costo" vertex="1">
          <mxGeometry height="30" width="190" x="30" as="geometry">
            <mxRectangle height="30" width="190" as="alternateBounds" />
          </mxGeometry>
        </mxCell>
        <mxCell id="yolWoft2z_0ZBsrmm8Kk-741" edge="1" parent="1" source="yolWoft2z_0ZBsrmm8Kk-728" style="edgeStyle=orthogonalEdgeStyle;rounded=0;orthogonalLoop=1;jettySize=auto;html=1;exitX=0;exitY=0.5;exitDx=0;exitDy=0;entryX=1;entryY=0.5;entryDx=0;entryDy=0;" target="yolWoft2z_0ZBsrmm8Kk-732">
          <mxGeometry relative="1" as="geometry" />
        </mxCell>
        <mxCell id="yolWoft2z_0ZBsrmm8Kk-745" edge="1" parent="1" source="yolWoft2z_0ZBsrmm8Kk-742" style="edgeStyle=orthogonalEdgeStyle;rounded=0;orthogonalLoop=1;jettySize=auto;html=1;exitX=1;exitY=0.5;exitDx=0;exitDy=0;entryX=0;entryY=0.5;entryDx=0;entryDy=0;" target="yolWoft2z_0ZBsrmm8Kk-702">
          <mxGeometry relative="1" as="geometry" />
        </mxCell>
        <mxCell id="yolWoft2z_0ZBsrmm8Kk-758" edge="1" parent="1" source="yolWoft2z_0ZBsrmm8Kk-556" style="edgeStyle=orthogonalEdgeStyle;rounded=0;orthogonalLoop=1;jettySize=auto;html=1;exitX=1;exitY=0.5;exitDx=0;exitDy=0;entryX=1;entryY=0.5;entryDx=0;entryDy=0;" target="yolWoft2z_0ZBsrmm8Kk-702">
          <mxGeometry relative="1" as="geometry" />
        </mxCell>
+         <mxCell id="yolWoft2z_0ZBsrmm8Kk-762" edge="1" parent="1" source="yolWoft2z_0ZBsrmm8Kk-759" style="edgeStyle=orthogonalEdgeStyle;rounded=0;orthogonalLoop=1;jettySize=auto;html=1;exitX=1;exitY=0.5;exitDx=0;exitDy=0;entryX=0;entryY=0.5;entryDx=0;entryDy=0;" target="yolWoft2z_0ZBsrmm8Kk-702">
+           <mxGeometry relative="1" as="geometry" />
+         </mxCell>
+         <mxCell id="yolWoft2z_0ZBsrmm8Kk-766" edge="1" parent="1" source="yolWoft2z_0ZBsrmm8Kk-763" style="edgeStyle=orthogonalEdgeStyle;rounded=0;orthogonalLoop=1;jettySize=auto;html=1;exitX=1;exitY=0.5;exitDx=0;exitDy=0;entryX=0;entryY=0.5;entryDx=0;entryDy=0;" target="yolWoft2z_0ZBsrmm8Kk-579">
+           <mxGeometry relative="1" as="geometry">
+             <Array as="points">
+               <mxPoint x="710" y="475" />
+               <mxPoint x="710" y="710" />
+               <mxPoint x="1000" y="710" />
+               <mxPoint x="1000" y="370" />
+             </Array>
+           </mxGeometry>
+         </mxCell>
      </root>
    </mxGraphModel>
  </diagram>
</mxfile>
